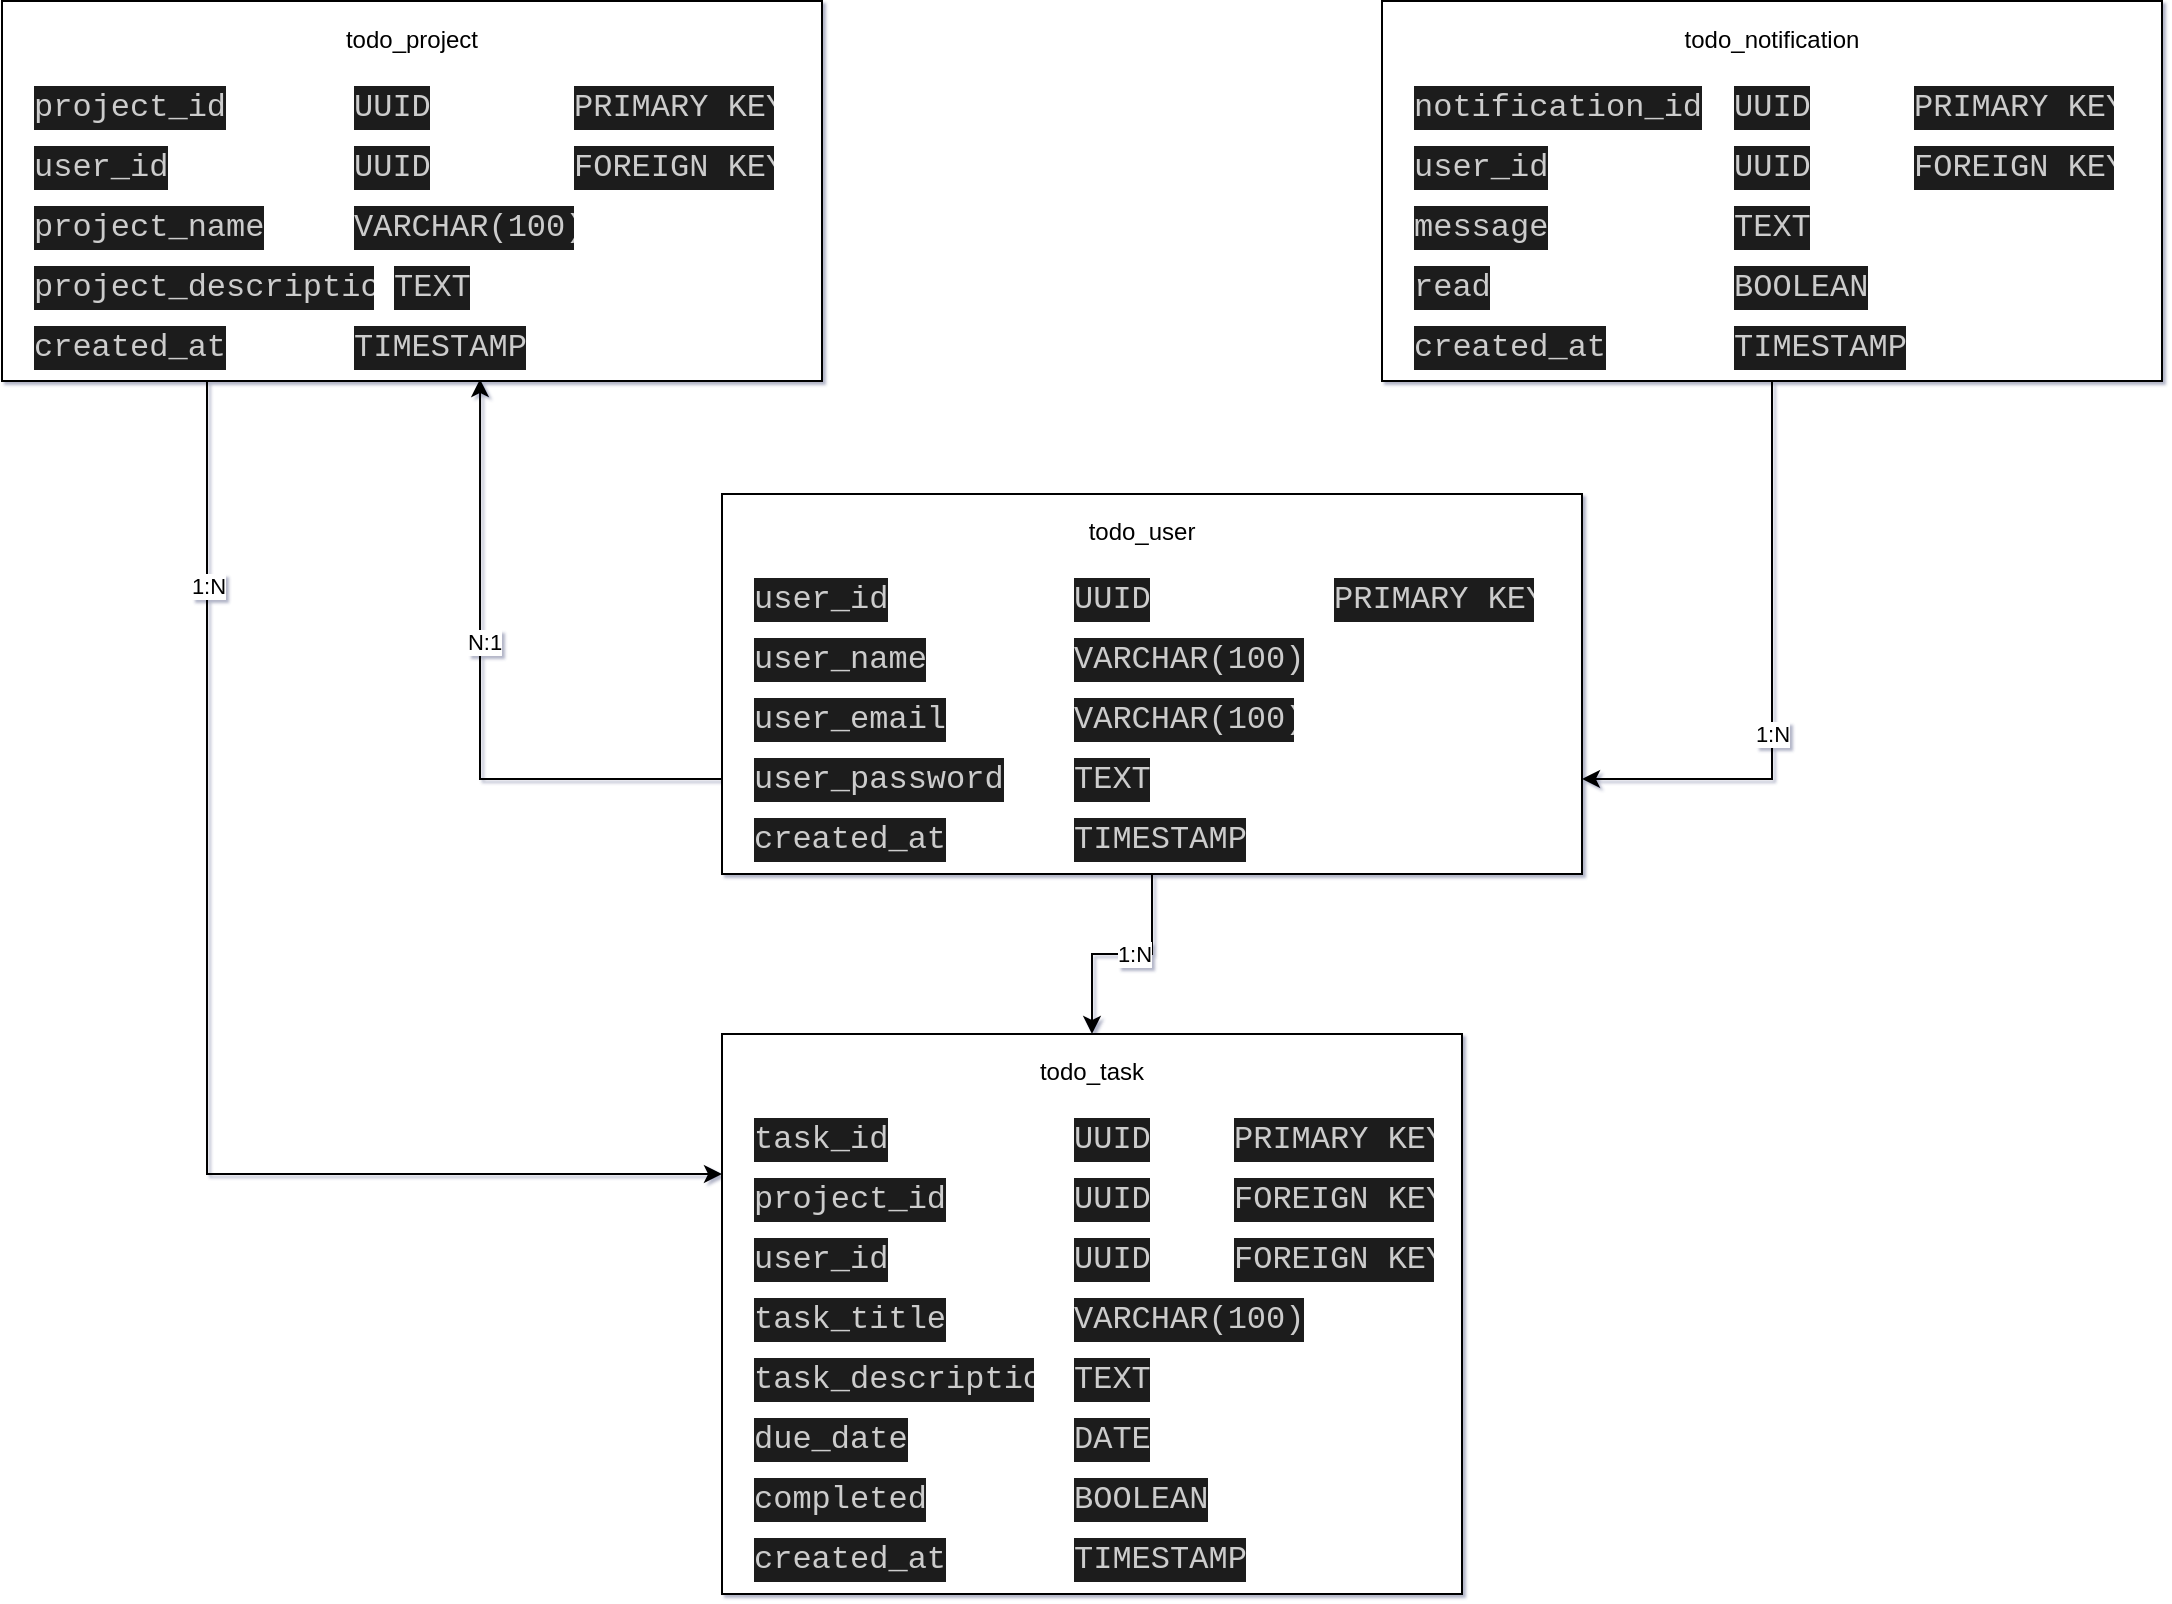
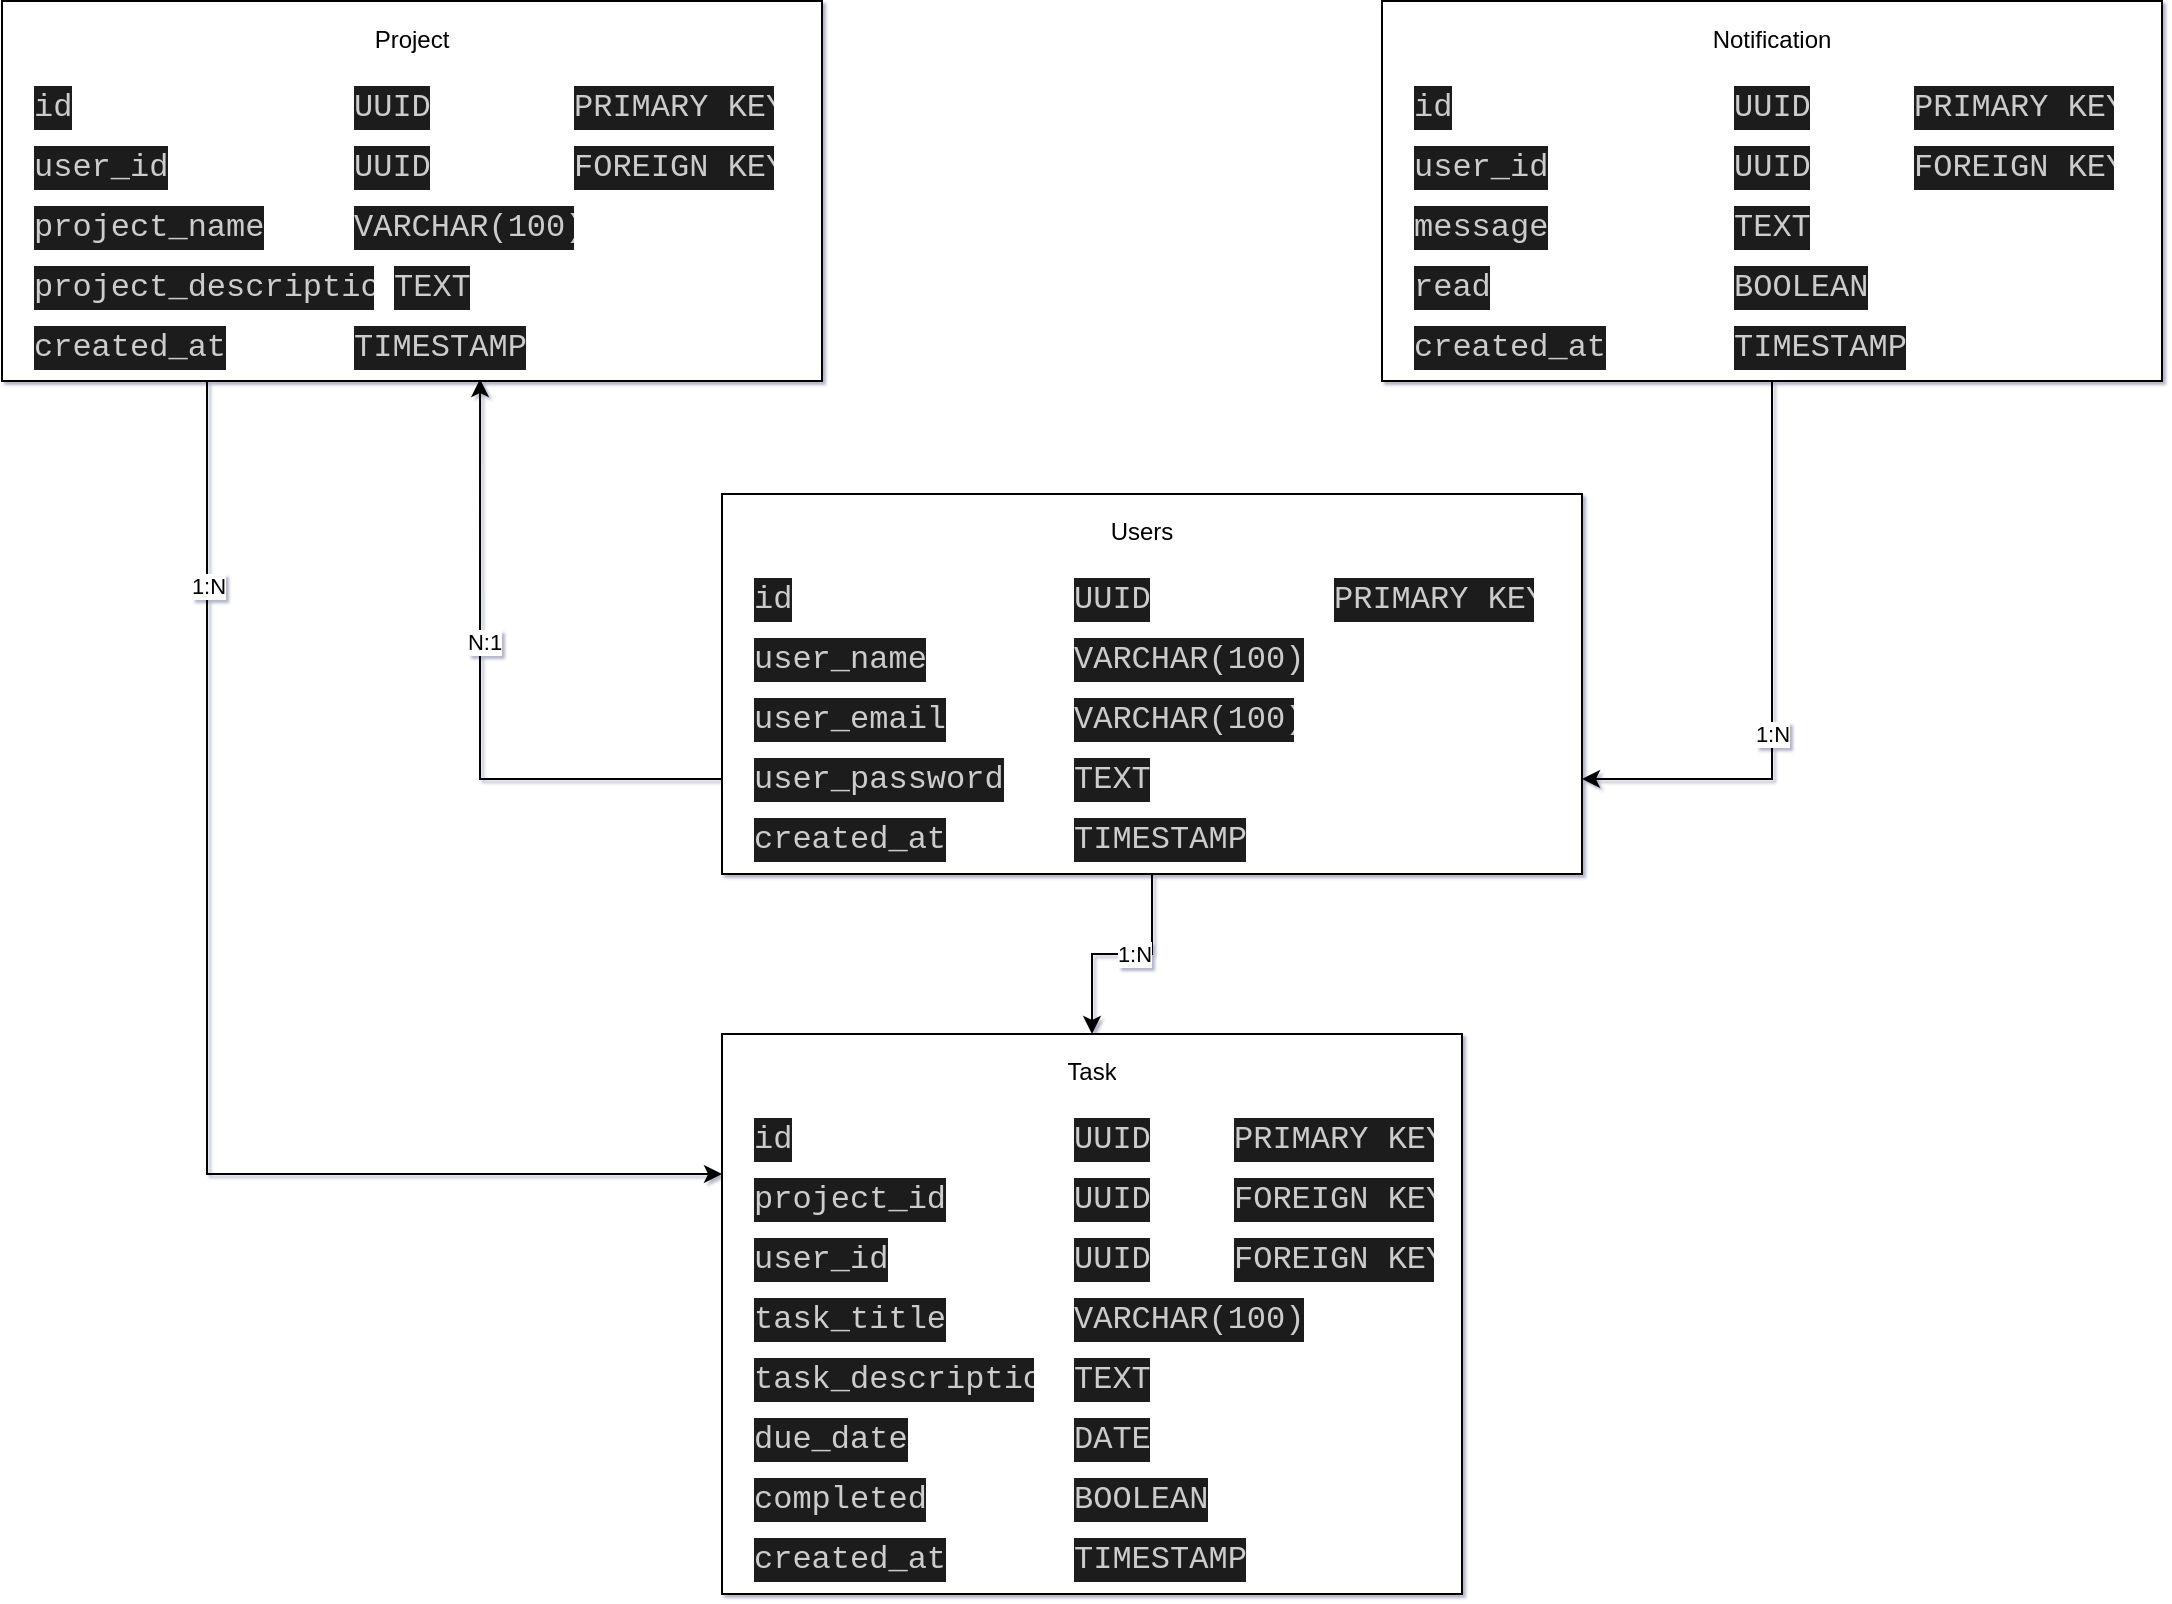
<mxfile host="Electron" agent="Mozilla/5.0 (Windows NT 10.0; Win64; x64) AppleWebKit/537.36 (KHTML, like Gecko) draw.io/28.1.2 Chrome/138.0.7204.243 Electron/37.4.0 Safari/537.36" version="28.1.2">
  <diagram name="Page-1" id="bHDw47sJ8CfQEdWCFf-7">
    <mxGraphModel dx="1426" dy="841" grid="1" gridSize="10" guides="1" tooltips="1" connect="1" arrows="1" fold="1" page="1" pageScale="1" pageWidth="1100" pageHeight="850" background="none" math="0" shadow="1">
      <root>
        <mxCell id="0" />
        <mxCell id="1" parent="0" />
-         <mxCell id="XU3b0UUpHImCEtPaKN2c-118" style="edgeStyle=orthogonalEdgeStyle;rounded=0;orthogonalLoop=1;jettySize=auto;html=1;exitX=0.25;exitY=1;exitDx=0;exitDy=0;entryX=0;entryY=0.25;entryDx=0;entryDy=0;" edge="1" parent="1" source="XU3b0UUpHImCEtPaKN2c-61" target="XU3b0UUpHImCEtPaKN2c-1">
+         <mxCell id="XU3b0UUpHImCEtPaKN2c-118" style="edgeStyle=orthogonalEdgeStyle;rounded=0;orthogonalLoop=1;jettySize=auto;html=1;exitX=0.25;exitY=1;exitDx=0;exitDy=0;entryX=0;entryY=0.25;entryDx=0;entryDy=0;" parent="1" source="XU3b0UUpHImCEtPaKN2c-61" target="XU3b0UUpHImCEtPaKN2c-1" edge="1">
          <mxGeometry relative="1" as="geometry" />
        </mxCell>
-         <mxCell id="XU3b0UUpHImCEtPaKN2c-119" value="1:N" style="edgeLabel;html=1;align=center;verticalAlign=middle;resizable=0;points=[];" vertex="1" connectable="0" parent="XU3b0UUpHImCEtPaKN2c-118">
+         <mxCell id="XU3b0UUpHImCEtPaKN2c-119" value="1:N" style="edgeLabel;html=1;align=center;verticalAlign=middle;resizable=0;points=[];" parent="XU3b0UUpHImCEtPaKN2c-118" vertex="1" connectable="0">
          <mxGeometry x="-0.6868" relative="1" as="geometry">
            <mxPoint as="offset" />
          </mxGeometry>
        </mxCell>
-         <mxCell id="XU3b0UUpHImCEtPaKN2c-1" value="" style="rounded=0;whiteSpace=wrap;html=1;labelBackgroundColor=default;labelBorderColor=default;textShadow=1;" vertex="1" parent="1">
+         <mxCell id="XU3b0UUpHImCEtPaKN2c-1" value="" style="rounded=0;whiteSpace=wrap;html=1;labelBackgroundColor=default;labelBorderColor=default;textShadow=1;" parent="1" vertex="1">
          <mxGeometry x="370" y="530" width="370" height="280" as="geometry" />
        </mxCell>
-         <mxCell id="XU3b0UUpHImCEtPaKN2c-24" value="todo_task" style="text;strokeColor=none;fillColor=none;spacingLeft=4;spacingRight=4;overflow=hidden;rotatable=0;points=[[0,0.5],[1,0.5]];portConstraint=eastwest;fontSize=12;whiteSpace=wrap;html=1;align=center;" vertex="1" parent="1">
+         <mxCell id="XU3b0UUpHImCEtPaKN2c-24" value="Task" style="text;strokeColor=none;fillColor=none;spacingLeft=4;spacingRight=4;overflow=hidden;rotatable=0;points=[[0,0.5],[1,0.5]];portConstraint=eastwest;fontSize=12;whiteSpace=wrap;html=1;align=center;" parent="1" vertex="1">
          <mxGeometry x="460" y="535" width="190" height="30" as="geometry" />
        </mxCell>
-         <mxCell id="XU3b0UUpHImCEtPaKN2c-25" value="&lt;div style=&quot;color: rgb(204, 204, 204); background-color: rgb(31, 31, 31); font-family: Consolas, &amp;quot;Courier New&amp;quot;, monospace; font-size: 16px; line-height: 22px; white-space: pre;&quot;&gt;task_id&lt;/div&gt;" style="text;strokeColor=none;fillColor=none;spacingLeft=4;spacingRight=4;overflow=hidden;rotatable=0;points=[[0,0.5],[1,0.5]];portConstraint=eastwest;fontSize=12;whiteSpace=wrap;html=1;" vertex="1" parent="1">
+         <mxCell id="XU3b0UUpHImCEtPaKN2c-25" value="&lt;div style=&quot;color: rgb(204, 204, 204); background-color: rgb(31, 31, 31); font-family: Consolas, &amp;quot;Courier New&amp;quot;, monospace; font-size: 16px; line-height: 22px; white-space: pre;&quot;&gt;id&lt;/div&gt;" style="text;strokeColor=none;fillColor=none;spacingLeft=4;spacingRight=4;overflow=hidden;rotatable=0;points=[[0,0.5],[1,0.5]];portConstraint=eastwest;fontSize=12;whiteSpace=wrap;html=1;" parent="1" vertex="1">
          <mxGeometry x="380" y="565" width="140" height="30" as="geometry" />
        </mxCell>
-         <mxCell id="XU3b0UUpHImCEtPaKN2c-28" value="&lt;div style=&quot;color: rgb(204, 204, 204); background-color: rgb(31, 31, 31); font-family: Consolas, &amp;quot;Courier New&amp;quot;, monospace; font-size: 16px; line-height: 22px; white-space: pre;&quot;&gt;UUID&lt;/div&gt;" style="text;strokeColor=none;fillColor=none;spacingLeft=4;spacingRight=4;overflow=hidden;rotatable=0;points=[[0,0.5],[1,0.5]];portConstraint=eastwest;fontSize=12;whiteSpace=wrap;html=1;" vertex="1" parent="1">
+         <mxCell id="XU3b0UUpHImCEtPaKN2c-28" value="&lt;div style=&quot;color: rgb(204, 204, 204); background-color: rgb(31, 31, 31); font-family: Consolas, &amp;quot;Courier New&amp;quot;, monospace; font-size: 16px; line-height: 22px; white-space: pre;&quot;&gt;UUID&lt;/div&gt;" style="text;strokeColor=none;fillColor=none;spacingLeft=4;spacingRight=4;overflow=hidden;rotatable=0;points=[[0,0.5],[1,0.5]];portConstraint=eastwest;fontSize=12;whiteSpace=wrap;html=1;" parent="1" vertex="1">
          <mxGeometry x="540" y="565" width="110" height="30" as="geometry" />
        </mxCell>
-         <mxCell id="XU3b0UUpHImCEtPaKN2c-29" value="&lt;div style=&quot;color: rgb(204, 204, 204); background-color: rgb(31, 31, 31); font-family: Consolas, &amp;quot;Courier New&amp;quot;, monospace; font-size: 16px; line-height: 22px; white-space: pre;&quot;&gt;project_id&lt;/div&gt;" style="text;strokeColor=none;fillColor=none;spacingLeft=4;spacingRight=4;overflow=hidden;rotatable=0;points=[[0,0.5],[1,0.5]];portConstraint=eastwest;fontSize=12;whiteSpace=wrap;html=1;" vertex="1" parent="1">
+         <mxCell id="XU3b0UUpHImCEtPaKN2c-29" value="&lt;div style=&quot;color: rgb(204, 204, 204); background-color: rgb(31, 31, 31); font-family: Consolas, &amp;quot;Courier New&amp;quot;, monospace; font-size: 16px; line-height: 22px; white-space: pre;&quot;&gt;project_id&lt;/div&gt;" style="text;strokeColor=none;fillColor=none;spacingLeft=4;spacingRight=4;overflow=hidden;rotatable=0;points=[[0,0.5],[1,0.5]];portConstraint=eastwest;fontSize=12;whiteSpace=wrap;html=1;" parent="1" vertex="1">
          <mxGeometry x="380" y="595" width="140" height="30" as="geometry" />
        </mxCell>
-         <mxCell id="XU3b0UUpHImCEtPaKN2c-30" value="&lt;div style=&quot;color: rgb(204, 204, 204); background-color: rgb(31, 31, 31); font-family: Consolas, &amp;quot;Courier New&amp;quot;, monospace; font-size: 16px; line-height: 22px; white-space: pre;&quot;&gt;UUID&lt;/div&gt;" style="text;strokeColor=none;fillColor=none;spacingLeft=4;spacingRight=4;overflow=hidden;rotatable=0;points=[[0,0.5],[1,0.5]];portConstraint=eastwest;fontSize=12;whiteSpace=wrap;html=1;" vertex="1" parent="1">
+         <mxCell id="XU3b0UUpHImCEtPaKN2c-30" value="&lt;div style=&quot;color: rgb(204, 204, 204); background-color: rgb(31, 31, 31); font-family: Consolas, &amp;quot;Courier New&amp;quot;, monospace; font-size: 16px; line-height: 22px; white-space: pre;&quot;&gt;UUID&lt;/div&gt;" style="text;strokeColor=none;fillColor=none;spacingLeft=4;spacingRight=4;overflow=hidden;rotatable=0;points=[[0,0.5],[1,0.5]];portConstraint=eastwest;fontSize=12;whiteSpace=wrap;html=1;" parent="1" vertex="1">
          <mxGeometry x="540" y="595" width="110" height="30" as="geometry" />
        </mxCell>
-         <mxCell id="XU3b0UUpHImCEtPaKN2c-31" value="&lt;div style=&quot;color: rgb(204, 204, 204); background-color: rgb(31, 31, 31); font-family: Consolas, &amp;quot;Courier New&amp;quot;, monospace; font-size: 16px; line-height: 22px; white-space: pre;&quot;&gt;user_id&lt;/div&gt;" style="text;strokeColor=none;fillColor=none;spacingLeft=4;spacingRight=4;overflow=hidden;rotatable=0;points=[[0,0.5],[1,0.5]];portConstraint=eastwest;fontSize=12;whiteSpace=wrap;html=1;" vertex="1" parent="1">
+         <mxCell id="XU3b0UUpHImCEtPaKN2c-31" value="&lt;div style=&quot;color: rgb(204, 204, 204); background-color: rgb(31, 31, 31); font-family: Consolas, &amp;quot;Courier New&amp;quot;, monospace; font-size: 16px; line-height: 22px; white-space: pre;&quot;&gt;user_id&lt;/div&gt;" style="text;strokeColor=none;fillColor=none;spacingLeft=4;spacingRight=4;overflow=hidden;rotatable=0;points=[[0,0.5],[1,0.5]];portConstraint=eastwest;fontSize=12;whiteSpace=wrap;html=1;" parent="1" vertex="1">
          <mxGeometry x="380" y="625" width="140" height="30" as="geometry" />
        </mxCell>
-         <mxCell id="XU3b0UUpHImCEtPaKN2c-32" value="&lt;div style=&quot;color: rgb(204, 204, 204); background-color: rgb(31, 31, 31); font-family: Consolas, &amp;quot;Courier New&amp;quot;, monospace; font-size: 16px; line-height: 22px; white-space: pre;&quot;&gt;UUID&lt;/div&gt;" style="text;strokeColor=none;fillColor=none;spacingLeft=4;spacingRight=4;overflow=hidden;rotatable=0;points=[[0,0.5],[1,0.5]];portConstraint=eastwest;fontSize=12;whiteSpace=wrap;html=1;" vertex="1" parent="1">
+         <mxCell id="XU3b0UUpHImCEtPaKN2c-32" value="&lt;div style=&quot;color: rgb(204, 204, 204); background-color: rgb(31, 31, 31); font-family: Consolas, &amp;quot;Courier New&amp;quot;, monospace; font-size: 16px; line-height: 22px; white-space: pre;&quot;&gt;UUID&lt;/div&gt;" style="text;strokeColor=none;fillColor=none;spacingLeft=4;spacingRight=4;overflow=hidden;rotatable=0;points=[[0,0.5],[1,0.5]];portConstraint=eastwest;fontSize=12;whiteSpace=wrap;html=1;" parent="1" vertex="1">
          <mxGeometry x="540" y="625" width="110" height="30" as="geometry" />
        </mxCell>
-         <mxCell id="XU3b0UUpHImCEtPaKN2c-33" value="&lt;div style=&quot;color: rgb(204, 204, 204); background-color: rgb(31, 31, 31); font-family: Consolas, &amp;quot;Courier New&amp;quot;, monospace; font-size: 16px; line-height: 22px; white-space: pre;&quot;&gt;task_title&lt;/div&gt;" style="text;strokeColor=none;fillColor=none;spacingLeft=4;spacingRight=4;overflow=hidden;rotatable=0;points=[[0,0.5],[1,0.5]];portConstraint=eastwest;fontSize=12;whiteSpace=wrap;html=1;" vertex="1" parent="1">
+         <mxCell id="XU3b0UUpHImCEtPaKN2c-33" value="&lt;div style=&quot;color: rgb(204, 204, 204); background-color: rgb(31, 31, 31); font-family: Consolas, &amp;quot;Courier New&amp;quot;, monospace; font-size: 16px; line-height: 22px; white-space: pre;&quot;&gt;task_title&lt;/div&gt;" style="text;strokeColor=none;fillColor=none;spacingLeft=4;spacingRight=4;overflow=hidden;rotatable=0;points=[[0,0.5],[1,0.5]];portConstraint=eastwest;fontSize=12;whiteSpace=wrap;html=1;" parent="1" vertex="1">
          <mxGeometry x="380" y="655" width="140" height="30" as="geometry" />
        </mxCell>
-         <mxCell id="XU3b0UUpHImCEtPaKN2c-34" value="&lt;div style=&quot;color: rgb(204, 204, 204); background-color: rgb(31, 31, 31); font-family: Consolas, &amp;quot;Courier New&amp;quot;, monospace; font-size: 16px; line-height: 22px; white-space: pre;&quot;&gt;VARCHAR(100)&lt;/div&gt;" style="text;strokeColor=none;fillColor=none;spacingLeft=4;spacingRight=4;overflow=hidden;rotatable=0;points=[[0,0.5],[1,0.5]];portConstraint=eastwest;fontSize=12;whiteSpace=wrap;html=1;" vertex="1" parent="1">
+         <mxCell id="XU3b0UUpHImCEtPaKN2c-34" value="&lt;div style=&quot;color: rgb(204, 204, 204); background-color: rgb(31, 31, 31); font-family: Consolas, &amp;quot;Courier New&amp;quot;, monospace; font-size: 16px; line-height: 22px; white-space: pre;&quot;&gt;VARCHAR(100)&lt;/div&gt;" style="text;strokeColor=none;fillColor=none;spacingLeft=4;spacingRight=4;overflow=hidden;rotatable=0;points=[[0,0.5],[1,0.5]];portConstraint=eastwest;fontSize=12;whiteSpace=wrap;html=1;" parent="1" vertex="1">
          <mxGeometry x="540" y="655" width="130" height="30" as="geometry" />
        </mxCell>
-         <mxCell id="XU3b0UUpHImCEtPaKN2c-35" value="&lt;div style=&quot;color: rgb(204, 204, 204); background-color: rgb(31, 31, 31); font-family: Consolas, &amp;quot;Courier New&amp;quot;, monospace; font-size: 16px; line-height: 22px; white-space: pre;&quot;&gt;task_description&lt;/div&gt;" style="text;strokeColor=none;fillColor=none;spacingLeft=4;spacingRight=4;overflow=hidden;rotatable=0;points=[[0,0.5],[1,0.5]];portConstraint=eastwest;fontSize=12;whiteSpace=wrap;html=1;" vertex="1" parent="1">
+         <mxCell id="XU3b0UUpHImCEtPaKN2c-35" value="&lt;div style=&quot;color: rgb(204, 204, 204); background-color: rgb(31, 31, 31); font-family: Consolas, &amp;quot;Courier New&amp;quot;, monospace; font-size: 16px; line-height: 22px; white-space: pre;&quot;&gt;task_description&lt;/div&gt;" style="text;strokeColor=none;fillColor=none;spacingLeft=4;spacingRight=4;overflow=hidden;rotatable=0;points=[[0,0.5],[1,0.5]];portConstraint=eastwest;fontSize=12;whiteSpace=wrap;html=1;" parent="1" vertex="1">
          <mxGeometry x="380" y="685" width="150" height="30" as="geometry" />
        </mxCell>
-         <mxCell id="XU3b0UUpHImCEtPaKN2c-36" value="&lt;div style=&quot;color: rgb(204, 204, 204); background-color: rgb(31, 31, 31); font-family: Consolas, &amp;quot;Courier New&amp;quot;, monospace; font-size: 16px; line-height: 22px; white-space: pre;&quot;&gt;TEXT&lt;/div&gt;" style="text;strokeColor=none;fillColor=none;spacingLeft=4;spacingRight=4;overflow=hidden;rotatable=0;points=[[0,0.5],[1,0.5]];portConstraint=eastwest;fontSize=12;whiteSpace=wrap;html=1;" vertex="1" parent="1">
+         <mxCell id="XU3b0UUpHImCEtPaKN2c-36" value="&lt;div style=&quot;color: rgb(204, 204, 204); background-color: rgb(31, 31, 31); font-family: Consolas, &amp;quot;Courier New&amp;quot;, monospace; font-size: 16px; line-height: 22px; white-space: pre;&quot;&gt;TEXT&lt;/div&gt;" style="text;strokeColor=none;fillColor=none;spacingLeft=4;spacingRight=4;overflow=hidden;rotatable=0;points=[[0,0.5],[1,0.5]];portConstraint=eastwest;fontSize=12;whiteSpace=wrap;html=1;" parent="1" vertex="1">
          <mxGeometry x="540" y="685" width="70" height="30" as="geometry" />
        </mxCell>
-         <mxCell id="XU3b0UUpHImCEtPaKN2c-37" value="&lt;div style=&quot;color: rgb(204, 204, 204); background-color: rgb(31, 31, 31); font-family: Consolas, &amp;quot;Courier New&amp;quot;, monospace; font-size: 16px; line-height: 22px; white-space: pre;&quot;&gt;due_date&lt;/div&gt;" style="text;strokeColor=none;fillColor=none;spacingLeft=4;spacingRight=4;overflow=hidden;rotatable=0;points=[[0,0.5],[1,0.5]];portConstraint=eastwest;fontSize=12;whiteSpace=wrap;html=1;" vertex="1" parent="1">
+         <mxCell id="XU3b0UUpHImCEtPaKN2c-37" value="&lt;div style=&quot;color: rgb(204, 204, 204); background-color: rgb(31, 31, 31); font-family: Consolas, &amp;quot;Courier New&amp;quot;, monospace; font-size: 16px; line-height: 22px; white-space: pre;&quot;&gt;due_date&lt;/div&gt;" style="text;strokeColor=none;fillColor=none;spacingLeft=4;spacingRight=4;overflow=hidden;rotatable=0;points=[[0,0.5],[1,0.5]];portConstraint=eastwest;fontSize=12;whiteSpace=wrap;html=1;" parent="1" vertex="1">
          <mxGeometry x="380" y="715" width="140" height="30" as="geometry" />
        </mxCell>
-         <mxCell id="XU3b0UUpHImCEtPaKN2c-38" value="&lt;div style=&quot;color: rgb(204, 204, 204); background-color: rgb(31, 31, 31); font-family: Consolas, &amp;quot;Courier New&amp;quot;, monospace; font-size: 16px; line-height: 22px; white-space: pre;&quot;&gt;DATE&lt;/div&gt;" style="text;strokeColor=none;fillColor=none;spacingLeft=4;spacingRight=4;overflow=hidden;rotatable=0;points=[[0,0.5],[1,0.5]];portConstraint=eastwest;fontSize=12;whiteSpace=wrap;html=1;" vertex="1" parent="1">
+         <mxCell id="XU3b0UUpHImCEtPaKN2c-38" value="&lt;div style=&quot;color: rgb(204, 204, 204); background-color: rgb(31, 31, 31); font-family: Consolas, &amp;quot;Courier New&amp;quot;, monospace; font-size: 16px; line-height: 22px; white-space: pre;&quot;&gt;DATE&lt;/div&gt;" style="text;strokeColor=none;fillColor=none;spacingLeft=4;spacingRight=4;overflow=hidden;rotatable=0;points=[[0,0.5],[1,0.5]];portConstraint=eastwest;fontSize=12;whiteSpace=wrap;html=1;" parent="1" vertex="1">
          <mxGeometry x="540" y="715" width="110" height="30" as="geometry" />
        </mxCell>
-         <mxCell id="XU3b0UUpHImCEtPaKN2c-39" value="&lt;div style=&quot;color: rgb(204, 204, 204); background-color: rgb(31, 31, 31); font-family: Consolas, &amp;quot;Courier New&amp;quot;, monospace; font-size: 16px; line-height: 22px; white-space: pre;&quot;&gt;completed&lt;/div&gt;" style="text;strokeColor=none;fillColor=none;spacingLeft=4;spacingRight=4;overflow=hidden;rotatable=0;points=[[0,0.5],[1,0.5]];portConstraint=eastwest;fontSize=12;whiteSpace=wrap;html=1;" vertex="1" parent="1">
+         <mxCell id="XU3b0UUpHImCEtPaKN2c-39" value="&lt;div style=&quot;color: rgb(204, 204, 204); background-color: rgb(31, 31, 31); font-family: Consolas, &amp;quot;Courier New&amp;quot;, monospace; font-size: 16px; line-height: 22px; white-space: pre;&quot;&gt;completed&lt;/div&gt;" style="text;strokeColor=none;fillColor=none;spacingLeft=4;spacingRight=4;overflow=hidden;rotatable=0;points=[[0,0.5],[1,0.5]];portConstraint=eastwest;fontSize=12;whiteSpace=wrap;html=1;" parent="1" vertex="1">
          <mxGeometry x="380" y="745" width="140" height="30" as="geometry" />
        </mxCell>
-         <mxCell id="XU3b0UUpHImCEtPaKN2c-40" value="&lt;div style=&quot;color: rgb(204, 204, 204); background-color: rgb(31, 31, 31); font-family: Consolas, &amp;quot;Courier New&amp;quot;, monospace; font-size: 16px; line-height: 22px; white-space: pre;&quot;&gt;BOOLEAN&lt;/div&gt;" style="text;strokeColor=none;fillColor=none;spacingLeft=4;spacingRight=4;overflow=hidden;rotatable=0;points=[[0,0.5],[1,0.5]];portConstraint=eastwest;fontSize=12;whiteSpace=wrap;html=1;" vertex="1" parent="1">
+         <mxCell id="XU3b0UUpHImCEtPaKN2c-40" value="&lt;div style=&quot;color: rgb(204, 204, 204); background-color: rgb(31, 31, 31); font-family: Consolas, &amp;quot;Courier New&amp;quot;, monospace; font-size: 16px; line-height: 22px; white-space: pre;&quot;&gt;BOOLEAN&lt;/div&gt;" style="text;strokeColor=none;fillColor=none;spacingLeft=4;spacingRight=4;overflow=hidden;rotatable=0;points=[[0,0.5],[1,0.5]];portConstraint=eastwest;fontSize=12;whiteSpace=wrap;html=1;" parent="1" vertex="1">
          <mxGeometry x="540" y="745" width="110" height="30" as="geometry" />
        </mxCell>
-         <mxCell id="XU3b0UUpHImCEtPaKN2c-41" value="&lt;div style=&quot;color: rgb(204, 204, 204); background-color: rgb(31, 31, 31); font-family: Consolas, &amp;quot;Courier New&amp;quot;, monospace; font-size: 16px; line-height: 22px; white-space: pre;&quot;&gt;created_at&lt;/div&gt;" style="text;strokeColor=none;fillColor=none;spacingLeft=4;spacingRight=4;overflow=hidden;rotatable=0;points=[[0,0.5],[1,0.5]];portConstraint=eastwest;fontSize=12;whiteSpace=wrap;html=1;" vertex="1" parent="1">
+         <mxCell id="XU3b0UUpHImCEtPaKN2c-41" value="&lt;div style=&quot;color: rgb(204, 204, 204); background-color: rgb(31, 31, 31); font-family: Consolas, &amp;quot;Courier New&amp;quot;, monospace; font-size: 16px; line-height: 22px; white-space: pre;&quot;&gt;created_at&lt;/div&gt;" style="text;strokeColor=none;fillColor=none;spacingLeft=4;spacingRight=4;overflow=hidden;rotatable=0;points=[[0,0.5],[1,0.5]];portConstraint=eastwest;fontSize=12;whiteSpace=wrap;html=1;" parent="1" vertex="1">
          <mxGeometry x="380" y="775" width="140" height="30" as="geometry" />
        </mxCell>
-         <mxCell id="XU3b0UUpHImCEtPaKN2c-42" value="&lt;div style=&quot;color: rgb(204, 204, 204); background-color: rgb(31, 31, 31); font-family: Consolas, &amp;quot;Courier New&amp;quot;, monospace; font-size: 16px; line-height: 22px; white-space: pre;&quot;&gt;TIMESTAMP&lt;/div&gt;" style="text;strokeColor=none;fillColor=none;spacingLeft=4;spacingRight=4;overflow=hidden;rotatable=0;points=[[0,0.5],[1,0.5]];portConstraint=eastwest;fontSize=12;whiteSpace=wrap;html=1;" vertex="1" parent="1">
+         <mxCell id="XU3b0UUpHImCEtPaKN2c-42" value="&lt;div style=&quot;color: rgb(204, 204, 204); background-color: rgb(31, 31, 31); font-family: Consolas, &amp;quot;Courier New&amp;quot;, monospace; font-size: 16px; line-height: 22px; white-space: pre;&quot;&gt;TIMESTAMP&lt;/div&gt;" style="text;strokeColor=none;fillColor=none;spacingLeft=4;spacingRight=4;overflow=hidden;rotatable=0;points=[[0,0.5],[1,0.5]];portConstraint=eastwest;fontSize=12;whiteSpace=wrap;html=1;" parent="1" vertex="1">
          <mxGeometry x="540" y="775" width="110" height="30" as="geometry" />
        </mxCell>
-         <mxCell id="XU3b0UUpHImCEtPaKN2c-116" style="edgeStyle=orthogonalEdgeStyle;rounded=0;orthogonalLoop=1;jettySize=auto;html=1;exitX=0;exitY=0.75;exitDx=0;exitDy=0;entryX=0.583;entryY=0.995;entryDx=0;entryDy=0;entryPerimeter=0;" edge="1" parent="1" source="XU3b0UUpHImCEtPaKN2c-104" target="XU3b0UUpHImCEtPaKN2c-61">
+         <mxCell id="XU3b0UUpHImCEtPaKN2c-116" style="edgeStyle=orthogonalEdgeStyle;rounded=0;orthogonalLoop=1;jettySize=auto;html=1;exitX=0;exitY=0.75;exitDx=0;exitDy=0;entryX=0.583;entryY=0.995;entryDx=0;entryDy=0;entryPerimeter=0;" parent="1" source="XU3b0UUpHImCEtPaKN2c-104" target="XU3b0UUpHImCEtPaKN2c-61" edge="1">
          <mxGeometry relative="1" as="geometry">
            <mxPoint x="245" y="330" as="targetPoint" />
          </mxGeometry>
        </mxCell>
-         <mxCell id="XU3b0UUpHImCEtPaKN2c-117" value="N:1" style="edgeLabel;html=1;align=center;verticalAlign=middle;resizable=0;points=[];" vertex="1" connectable="0" parent="XU3b0UUpHImCEtPaKN2c-116">
+         <mxCell id="XU3b0UUpHImCEtPaKN2c-117" value="N:1" style="edgeLabel;html=1;align=center;verticalAlign=middle;resizable=0;points=[];" parent="XU3b0UUpHImCEtPaKN2c-116" vertex="1" connectable="0">
          <mxGeometry x="0.189" y="-1" relative="1" as="geometry">
            <mxPoint x="1" y="1" as="offset" />
          </mxGeometry>
        </mxCell>
-         <mxCell id="XU3b0UUpHImCEtPaKN2c-61" value="" style="rounded=0;whiteSpace=wrap;html=1;labelBackgroundColor=default;labelBorderColor=default;textShadow=1;" vertex="1" parent="1">
+         <mxCell id="XU3b0UUpHImCEtPaKN2c-61" value="" style="rounded=0;whiteSpace=wrap;html=1;labelBackgroundColor=default;labelBorderColor=default;textShadow=1;" parent="1" vertex="1">
          <mxGeometry x="10" y="13.5" width="410" height="190" as="geometry" />
        </mxCell>
-         <mxCell id="XU3b0UUpHImCEtPaKN2c-62" value="todo_project" style="text;strokeColor=none;fillColor=none;spacingLeft=4;spacingRight=4;overflow=hidden;rotatable=0;points=[[0,0.5],[1,0.5]];portConstraint=eastwest;fontSize=12;whiteSpace=wrap;html=1;align=center;" vertex="1" parent="1">
+         <mxCell id="XU3b0UUpHImCEtPaKN2c-62" value="Project" style="text;strokeColor=none;fillColor=none;spacingLeft=4;spacingRight=4;overflow=hidden;rotatable=0;points=[[0,0.5],[1,0.5]];portConstraint=eastwest;fontSize=12;whiteSpace=wrap;html=1;align=center;" parent="1" vertex="1">
          <mxGeometry x="120" y="18.5" width="190" height="30" as="geometry" />
        </mxCell>
-         <mxCell id="XU3b0UUpHImCEtPaKN2c-63" value="&lt;div style=&quot;color: rgb(204, 204, 204); background-color: rgb(31, 31, 31); font-family: Consolas, &amp;quot;Courier New&amp;quot;, monospace; font-size: 16px; line-height: 22px; white-space: pre;&quot;&gt;project_id&lt;/div&gt;" style="text;strokeColor=none;fillColor=none;spacingLeft=4;spacingRight=4;overflow=hidden;rotatable=0;points=[[0,0.5],[1,0.5]];portConstraint=eastwest;fontSize=12;whiteSpace=wrap;html=1;" vertex="1" parent="1">
+         <mxCell id="XU3b0UUpHImCEtPaKN2c-63" value="&lt;div style=&quot;color: rgb(204, 204, 204); background-color: rgb(31, 31, 31); font-family: Consolas, &amp;quot;Courier New&amp;quot;, monospace; font-size: 16px; line-height: 22px; white-space: pre;&quot;&gt;id&lt;/div&gt;" style="text;strokeColor=none;fillColor=none;spacingLeft=4;spacingRight=4;overflow=hidden;rotatable=0;points=[[0,0.5],[1,0.5]];portConstraint=eastwest;fontSize=12;whiteSpace=wrap;html=1;" parent="1" vertex="1">
          <mxGeometry x="20" y="48.5" width="140" height="30" as="geometry" />
        </mxCell>
-         <mxCell id="XU3b0UUpHImCEtPaKN2c-64" value="&lt;div style=&quot;color: rgb(204, 204, 204); background-color: rgb(31, 31, 31); font-family: Consolas, &amp;quot;Courier New&amp;quot;, monospace; font-size: 16px; line-height: 22px; white-space: pre;&quot;&gt;UUID&lt;/div&gt;" style="text;strokeColor=none;fillColor=none;spacingLeft=4;spacingRight=4;overflow=hidden;rotatable=0;points=[[0,0.5],[1,0.5]];portConstraint=eastwest;fontSize=12;whiteSpace=wrap;html=1;" vertex="1" parent="1">
+         <mxCell id="XU3b0UUpHImCEtPaKN2c-64" value="&lt;div style=&quot;color: rgb(204, 204, 204); background-color: rgb(31, 31, 31); font-family: Consolas, &amp;quot;Courier New&amp;quot;, monospace; font-size: 16px; line-height: 22px; white-space: pre;&quot;&gt;UUID&lt;/div&gt;" style="text;strokeColor=none;fillColor=none;spacingLeft=4;spacingRight=4;overflow=hidden;rotatable=0;points=[[0,0.5],[1,0.5]];portConstraint=eastwest;fontSize=12;whiteSpace=wrap;html=1;" parent="1" vertex="1">
          <mxGeometry x="180" y="48.5" width="110" height="30" as="geometry" />
        </mxCell>
-         <mxCell id="XU3b0UUpHImCEtPaKN2c-65" value="&lt;div style=&quot;color: rgb(204, 204, 204); background-color: rgb(31, 31, 31); font-family: Consolas, &amp;quot;Courier New&amp;quot;, monospace; font-size: 16px; line-height: 22px; white-space: pre;&quot;&gt;user_id&lt;/div&gt;" style="text;strokeColor=none;fillColor=none;spacingLeft=4;spacingRight=4;overflow=hidden;rotatable=0;points=[[0,0.5],[1,0.5]];portConstraint=eastwest;fontSize=12;whiteSpace=wrap;html=1;" vertex="1" parent="1">
+         <mxCell id="XU3b0UUpHImCEtPaKN2c-65" value="&lt;div style=&quot;color: rgb(204, 204, 204); background-color: rgb(31, 31, 31); font-family: Consolas, &amp;quot;Courier New&amp;quot;, monospace; font-size: 16px; line-height: 22px; white-space: pre;&quot;&gt;user_id&lt;/div&gt;" style="text;strokeColor=none;fillColor=none;spacingLeft=4;spacingRight=4;overflow=hidden;rotatable=0;points=[[0,0.5],[1,0.5]];portConstraint=eastwest;fontSize=12;whiteSpace=wrap;html=1;" parent="1" vertex="1">
          <mxGeometry x="20" y="78.5" width="140" height="30" as="geometry" />
        </mxCell>
-         <mxCell id="XU3b0UUpHImCEtPaKN2c-66" value="&lt;div style=&quot;color: rgb(204, 204, 204); background-color: rgb(31, 31, 31); font-family: Consolas, &amp;quot;Courier New&amp;quot;, monospace; font-size: 16px; line-height: 22px; white-space: pre;&quot;&gt;UUID&lt;/div&gt;" style="text;strokeColor=none;fillColor=none;spacingLeft=4;spacingRight=4;overflow=hidden;rotatable=0;points=[[0,0.5],[1,0.5]];portConstraint=eastwest;fontSize=12;whiteSpace=wrap;html=1;" vertex="1" parent="1">
+         <mxCell id="XU3b0UUpHImCEtPaKN2c-66" value="&lt;div style=&quot;color: rgb(204, 204, 204); background-color: rgb(31, 31, 31); font-family: Consolas, &amp;quot;Courier New&amp;quot;, monospace; font-size: 16px; line-height: 22px; white-space: pre;&quot;&gt;UUID&lt;/div&gt;" style="text;strokeColor=none;fillColor=none;spacingLeft=4;spacingRight=4;overflow=hidden;rotatable=0;points=[[0,0.5],[1,0.5]];portConstraint=eastwest;fontSize=12;whiteSpace=wrap;html=1;" parent="1" vertex="1">
          <mxGeometry x="180" y="78.5" width="110" height="30" as="geometry" />
        </mxCell>
-         <mxCell id="XU3b0UUpHImCEtPaKN2c-67" value="&lt;div style=&quot;color: rgb(204, 204, 204); background-color: rgb(31, 31, 31); font-family: Consolas, &amp;quot;Courier New&amp;quot;, monospace; font-size: 16px; line-height: 22px; white-space: pre;&quot;&gt;project_name&lt;/div&gt;" style="text;strokeColor=none;fillColor=none;spacingLeft=4;spacingRight=4;overflow=hidden;rotatable=0;points=[[0,0.5],[1,0.5]];portConstraint=eastwest;fontSize=12;whiteSpace=wrap;html=1;" vertex="1" parent="1">
+         <mxCell id="XU3b0UUpHImCEtPaKN2c-67" value="&lt;div style=&quot;color: rgb(204, 204, 204); background-color: rgb(31, 31, 31); font-family: Consolas, &amp;quot;Courier New&amp;quot;, monospace; font-size: 16px; line-height: 22px; white-space: pre;&quot;&gt;project_name&lt;/div&gt;" style="text;strokeColor=none;fillColor=none;spacingLeft=4;spacingRight=4;overflow=hidden;rotatable=0;points=[[0,0.5],[1,0.5]];portConstraint=eastwest;fontSize=12;whiteSpace=wrap;html=1;" parent="1" vertex="1">
          <mxGeometry x="20" y="108.5" width="140" height="30" as="geometry" />
        </mxCell>
-         <mxCell id="XU3b0UUpHImCEtPaKN2c-68" value="&lt;div style=&quot;color: rgb(204, 204, 204); background-color: rgb(31, 31, 31); font-family: Consolas, &amp;quot;Courier New&amp;quot;, monospace; font-size: 16px; line-height: 22px; white-space: pre;&quot;&gt;VARCHAR(100)&lt;/div&gt;" style="text;strokeColor=none;fillColor=none;spacingLeft=4;spacingRight=4;overflow=hidden;rotatable=0;points=[[0,0.5],[1,0.5]];portConstraint=eastwest;fontSize=12;whiteSpace=wrap;html=1;" vertex="1" parent="1">
+         <mxCell id="XU3b0UUpHImCEtPaKN2c-68" value="&lt;div style=&quot;color: rgb(204, 204, 204); background-color: rgb(31, 31, 31); font-family: Consolas, &amp;quot;Courier New&amp;quot;, monospace; font-size: 16px; line-height: 22px; white-space: pre;&quot;&gt;VARCHAR(100)&lt;/div&gt;" style="text;strokeColor=none;fillColor=none;spacingLeft=4;spacingRight=4;overflow=hidden;rotatable=0;points=[[0,0.5],[1,0.5]];portConstraint=eastwest;fontSize=12;whiteSpace=wrap;html=1;" parent="1" vertex="1">
          <mxGeometry x="180" y="108.5" width="120" height="30" as="geometry" />
        </mxCell>
-         <mxCell id="XU3b0UUpHImCEtPaKN2c-69" value="&lt;div style=&quot;color: rgb(204, 204, 204); background-color: rgb(31, 31, 31); font-family: Consolas, &amp;quot;Courier New&amp;quot;, monospace; font-size: 16px; line-height: 22px; white-space: pre;&quot;&gt;project_description&lt;/div&gt;" style="text;strokeColor=none;fillColor=none;spacingLeft=4;spacingRight=4;overflow=hidden;rotatable=0;points=[[0,0.5],[1,0.5]];portConstraint=eastwest;fontSize=12;whiteSpace=wrap;html=1;" vertex="1" parent="1">
+         <mxCell id="XU3b0UUpHImCEtPaKN2c-69" value="&lt;div style=&quot;color: rgb(204, 204, 204); background-color: rgb(31, 31, 31); font-family: Consolas, &amp;quot;Courier New&amp;quot;, monospace; font-size: 16px; line-height: 22px; white-space: pre;&quot;&gt;project_description&lt;/div&gt;" style="text;strokeColor=none;fillColor=none;spacingLeft=4;spacingRight=4;overflow=hidden;rotatable=0;points=[[0,0.5],[1,0.5]];portConstraint=eastwest;fontSize=12;whiteSpace=wrap;html=1;" parent="1" vertex="1">
          <mxGeometry x="20" y="138.5" width="180" height="30" as="geometry" />
        </mxCell>
-         <mxCell id="XU3b0UUpHImCEtPaKN2c-70" value="&lt;div style=&quot;color: rgb(204, 204, 204); background-color: rgb(31, 31, 31); font-family: Consolas, &amp;quot;Courier New&amp;quot;, monospace; font-size: 16px; line-height: 22px; white-space: pre;&quot;&gt;TEXT&lt;/div&gt;" style="text;strokeColor=none;fillColor=none;spacingLeft=4;spacingRight=4;overflow=hidden;rotatable=0;points=[[0,0.5],[1,0.5]];portConstraint=eastwest;fontSize=12;whiteSpace=wrap;html=1;" vertex="1" parent="1">
+         <mxCell id="XU3b0UUpHImCEtPaKN2c-70" value="&lt;div style=&quot;color: rgb(204, 204, 204); background-color: rgb(31, 31, 31); font-family: Consolas, &amp;quot;Courier New&amp;quot;, monospace; font-size: 16px; line-height: 22px; white-space: pre;&quot;&gt;TEXT&lt;/div&gt;" style="text;strokeColor=none;fillColor=none;spacingLeft=4;spacingRight=4;overflow=hidden;rotatable=0;points=[[0,0.5],[1,0.5]];portConstraint=eastwest;fontSize=12;whiteSpace=wrap;html=1;" parent="1" vertex="1">
          <mxGeometry x="200" y="138.5" width="60" height="30" as="geometry" />
        </mxCell>
-         <mxCell id="XU3b0UUpHImCEtPaKN2c-71" value="&lt;div style=&quot;color: rgb(204, 204, 204); background-color: rgb(31, 31, 31); font-family: Consolas, &amp;quot;Courier New&amp;quot;, monospace; font-size: 16px; line-height: 22px; white-space: pre;&quot;&gt;created_at&lt;/div&gt;" style="text;strokeColor=none;fillColor=none;spacingLeft=4;spacingRight=4;overflow=hidden;rotatable=0;points=[[0,0.5],[1,0.5]];portConstraint=eastwest;fontSize=12;whiteSpace=wrap;html=1;" vertex="1" parent="1">
+         <mxCell id="XU3b0UUpHImCEtPaKN2c-71" value="&lt;div style=&quot;color: rgb(204, 204, 204); background-color: rgb(31, 31, 31); font-family: Consolas, &amp;quot;Courier New&amp;quot;, monospace; font-size: 16px; line-height: 22px; white-space: pre;&quot;&gt;created_at&lt;/div&gt;" style="text;strokeColor=none;fillColor=none;spacingLeft=4;spacingRight=4;overflow=hidden;rotatable=0;points=[[0,0.5],[1,0.5]];portConstraint=eastwest;fontSize=12;whiteSpace=wrap;html=1;" parent="1" vertex="1">
          <mxGeometry x="20" y="168.5" width="140" height="30" as="geometry" />
        </mxCell>
-         <mxCell id="XU3b0UUpHImCEtPaKN2c-72" value="&lt;div style=&quot;color: rgb(204, 204, 204); background-color: rgb(31, 31, 31); font-family: Consolas, &amp;quot;Courier New&amp;quot;, monospace; font-size: 16px; line-height: 22px; white-space: pre;&quot;&gt;TIMESTAMP&lt;/div&gt;" style="text;strokeColor=none;fillColor=none;spacingLeft=4;spacingRight=4;overflow=hidden;rotatable=0;points=[[0,0.5],[1,0.5]];portConstraint=eastwest;fontSize=12;whiteSpace=wrap;html=1;" vertex="1" parent="1">
+         <mxCell id="XU3b0UUpHImCEtPaKN2c-72" value="&lt;div style=&quot;color: rgb(204, 204, 204); background-color: rgb(31, 31, 31); font-family: Consolas, &amp;quot;Courier New&amp;quot;, monospace; font-size: 16px; line-height: 22px; white-space: pre;&quot;&gt;TIMESTAMP&lt;/div&gt;" style="text;strokeColor=none;fillColor=none;spacingLeft=4;spacingRight=4;overflow=hidden;rotatable=0;points=[[0,0.5],[1,0.5]];portConstraint=eastwest;fontSize=12;whiteSpace=wrap;html=1;" parent="1" vertex="1">
          <mxGeometry x="180" y="168.5" width="110" height="30" as="geometry" />
        </mxCell>
-         <mxCell id="XU3b0UUpHImCEtPaKN2c-122" style="edgeStyle=orthogonalEdgeStyle;rounded=0;orthogonalLoop=1;jettySize=auto;html=1;exitX=0.5;exitY=1;exitDx=0;exitDy=0;entryX=1;entryY=0.75;entryDx=0;entryDy=0;" edge="1" parent="1" source="XU3b0UUpHImCEtPaKN2c-80" target="XU3b0UUpHImCEtPaKN2c-104">
+         <mxCell id="XU3b0UUpHImCEtPaKN2c-122" style="edgeStyle=orthogonalEdgeStyle;rounded=0;orthogonalLoop=1;jettySize=auto;html=1;exitX=0.5;exitY=1;exitDx=0;exitDy=0;entryX=1;entryY=0.75;entryDx=0;entryDy=0;" parent="1" source="XU3b0UUpHImCEtPaKN2c-80" target="XU3b0UUpHImCEtPaKN2c-104" edge="1">
          <mxGeometry relative="1" as="geometry" />
        </mxCell>
-         <mxCell id="XU3b0UUpHImCEtPaKN2c-123" value="1:N" style="edgeLabel;html=1;align=center;verticalAlign=middle;resizable=0;points=[];" vertex="1" connectable="0" parent="XU3b0UUpHImCEtPaKN2c-122">
+         <mxCell id="XU3b0UUpHImCEtPaKN2c-123" value="1:N" style="edgeLabel;html=1;align=center;verticalAlign=middle;resizable=0;points=[];" parent="XU3b0UUpHImCEtPaKN2c-122" vertex="1" connectable="0">
          <mxGeometry x="0.2" y="-1" relative="1" as="geometry">
            <mxPoint x="1" as="offset" />
          </mxGeometry>
        </mxCell>
-         <mxCell id="XU3b0UUpHImCEtPaKN2c-80" value="" style="rounded=0;whiteSpace=wrap;html=1;labelBackgroundColor=default;labelBorderColor=default;textShadow=1;" vertex="1" parent="1">
+         <mxCell id="XU3b0UUpHImCEtPaKN2c-80" value="" style="rounded=0;whiteSpace=wrap;html=1;labelBackgroundColor=default;labelBorderColor=default;textShadow=1;" parent="1" vertex="1">
          <mxGeometry x="700" y="13.5" width="390" height="190" as="geometry" />
        </mxCell>
-         <mxCell id="XU3b0UUpHImCEtPaKN2c-81" value="todo_notification" style="text;strokeColor=none;fillColor=none;spacingLeft=4;spacingRight=4;overflow=hidden;rotatable=0;points=[[0,0.5],[1,0.5]];portConstraint=eastwest;fontSize=12;whiteSpace=wrap;html=1;align=center;" vertex="1" parent="1">
+         <mxCell id="XU3b0UUpHImCEtPaKN2c-81" value="Notification" style="text;strokeColor=none;fillColor=none;spacingLeft=4;spacingRight=4;overflow=hidden;rotatable=0;points=[[0,0.5],[1,0.5]];portConstraint=eastwest;fontSize=12;whiteSpace=wrap;html=1;align=center;" parent="1" vertex="1">
          <mxGeometry x="800" y="18.5" width="190" height="30" as="geometry" />
        </mxCell>
-         <mxCell id="XU3b0UUpHImCEtPaKN2c-82" value="&lt;div style=&quot;color: rgb(204, 204, 204); background-color: rgb(31, 31, 31); font-family: Consolas, &amp;quot;Courier New&amp;quot;, monospace; font-size: 16px; line-height: 22px; white-space: pre;&quot;&gt;notification_id&lt;/div&gt;" style="text;strokeColor=none;fillColor=none;spacingLeft=4;spacingRight=4;overflow=hidden;rotatable=0;points=[[0,0.5],[1,0.5]];portConstraint=eastwest;fontSize=12;whiteSpace=wrap;html=1;" vertex="1" parent="1">
+         <mxCell id="XU3b0UUpHImCEtPaKN2c-82" value="&lt;div style=&quot;color: rgb(204, 204, 204); background-color: rgb(31, 31, 31); font-family: Consolas, &amp;quot;Courier New&amp;quot;, monospace; font-size: 16px; line-height: 22px; white-space: pre;&quot;&gt;id&lt;/div&gt;" style="text;strokeColor=none;fillColor=none;spacingLeft=4;spacingRight=4;overflow=hidden;rotatable=0;points=[[0,0.5],[1,0.5]];portConstraint=eastwest;fontSize=12;whiteSpace=wrap;html=1;" parent="1" vertex="1">
          <mxGeometry x="710" y="48.5" width="160" height="30" as="geometry" />
        </mxCell>
-         <mxCell id="XU3b0UUpHImCEtPaKN2c-83" value="&lt;div style=&quot;color: rgb(204, 204, 204); background-color: rgb(31, 31, 31); font-family: Consolas, &amp;quot;Courier New&amp;quot;, monospace; font-size: 16px; line-height: 22px; white-space: pre;&quot;&gt;UUID&lt;/div&gt;" style="text;strokeColor=none;fillColor=none;spacingLeft=4;spacingRight=4;overflow=hidden;rotatable=0;points=[[0,0.5],[1,0.5]];portConstraint=eastwest;fontSize=12;whiteSpace=wrap;html=1;" vertex="1" parent="1">
+         <mxCell id="XU3b0UUpHImCEtPaKN2c-83" value="&lt;div style=&quot;color: rgb(204, 204, 204); background-color: rgb(31, 31, 31); font-family: Consolas, &amp;quot;Courier New&amp;quot;, monospace; font-size: 16px; line-height: 22px; white-space: pre;&quot;&gt;UUID&lt;/div&gt;" style="text;strokeColor=none;fillColor=none;spacingLeft=4;spacingRight=4;overflow=hidden;rotatable=0;points=[[0,0.5],[1,0.5]];portConstraint=eastwest;fontSize=12;whiteSpace=wrap;html=1;" parent="1" vertex="1">
          <mxGeometry x="870" y="48.5" width="110" height="30" as="geometry" />
        </mxCell>
-         <mxCell id="XU3b0UUpHImCEtPaKN2c-84" value="&lt;div style=&quot;color: rgb(204, 204, 204); background-color: rgb(31, 31, 31); font-family: Consolas, &amp;quot;Courier New&amp;quot;, monospace; font-size: 16px; line-height: 22px; white-space: pre;&quot;&gt;user_id&lt;/div&gt;" style="text;strokeColor=none;fillColor=none;spacingLeft=4;spacingRight=4;overflow=hidden;rotatable=0;points=[[0,0.5],[1,0.5]];portConstraint=eastwest;fontSize=12;whiteSpace=wrap;html=1;" vertex="1" parent="1">
+         <mxCell id="XU3b0UUpHImCEtPaKN2c-84" value="&lt;div style=&quot;color: rgb(204, 204, 204); background-color: rgb(31, 31, 31); font-family: Consolas, &amp;quot;Courier New&amp;quot;, monospace; font-size: 16px; line-height: 22px; white-space: pre;&quot;&gt;user_id&lt;/div&gt;" style="text;strokeColor=none;fillColor=none;spacingLeft=4;spacingRight=4;overflow=hidden;rotatable=0;points=[[0,0.5],[1,0.5]];portConstraint=eastwest;fontSize=12;whiteSpace=wrap;html=1;" parent="1" vertex="1">
          <mxGeometry x="710" y="78.5" width="140" height="30" as="geometry" />
        </mxCell>
-         <mxCell id="XU3b0UUpHImCEtPaKN2c-85" value="&lt;div style=&quot;color: rgb(204, 204, 204); background-color: rgb(31, 31, 31); font-family: Consolas, &amp;quot;Courier New&amp;quot;, monospace; font-size: 16px; line-height: 22px; white-space: pre;&quot;&gt;UUID&lt;/div&gt;" style="text;strokeColor=none;fillColor=none;spacingLeft=4;spacingRight=4;overflow=hidden;rotatable=0;points=[[0,0.5],[1,0.5]];portConstraint=eastwest;fontSize=12;whiteSpace=wrap;html=1;" vertex="1" parent="1">
+         <mxCell id="XU3b0UUpHImCEtPaKN2c-85" value="&lt;div style=&quot;color: rgb(204, 204, 204); background-color: rgb(31, 31, 31); font-family: Consolas, &amp;quot;Courier New&amp;quot;, monospace; font-size: 16px; line-height: 22px; white-space: pre;&quot;&gt;UUID&lt;/div&gt;" style="text;strokeColor=none;fillColor=none;spacingLeft=4;spacingRight=4;overflow=hidden;rotatable=0;points=[[0,0.5],[1,0.5]];portConstraint=eastwest;fontSize=12;whiteSpace=wrap;html=1;" parent="1" vertex="1">
          <mxGeometry x="870" y="78.5" width="110" height="30" as="geometry" />
        </mxCell>
-         <mxCell id="XU3b0UUpHImCEtPaKN2c-86" value="&lt;div style=&quot;color: rgb(204, 204, 204); background-color: rgb(31, 31, 31); font-family: Consolas, &amp;quot;Courier New&amp;quot;, monospace; font-size: 16px; line-height: 22px; white-space: pre;&quot;&gt;message&lt;/div&gt;" style="text;strokeColor=none;fillColor=none;spacingLeft=4;spacingRight=4;overflow=hidden;rotatable=0;points=[[0,0.5],[1,0.5]];portConstraint=eastwest;fontSize=12;whiteSpace=wrap;html=1;" vertex="1" parent="1">
+         <mxCell id="XU3b0UUpHImCEtPaKN2c-86" value="&lt;div style=&quot;color: rgb(204, 204, 204); background-color: rgb(31, 31, 31); font-family: Consolas, &amp;quot;Courier New&amp;quot;, monospace; font-size: 16px; line-height: 22px; white-space: pre;&quot;&gt;message&lt;/div&gt;" style="text;strokeColor=none;fillColor=none;spacingLeft=4;spacingRight=4;overflow=hidden;rotatable=0;points=[[0,0.5],[1,0.5]];portConstraint=eastwest;fontSize=12;whiteSpace=wrap;html=1;" parent="1" vertex="1">
          <mxGeometry x="710" y="108.5" width="140" height="30" as="geometry" />
        </mxCell>
-         <mxCell id="XU3b0UUpHImCEtPaKN2c-87" value="&lt;div style=&quot;color: rgb(204, 204, 204); background-color: rgb(31, 31, 31); font-family: Consolas, &amp;quot;Courier New&amp;quot;, monospace; font-size: 16px; line-height: 22px; white-space: pre;&quot;&gt;TEXT&lt;/div&gt;" style="text;strokeColor=none;fillColor=none;spacingLeft=4;spacingRight=4;overflow=hidden;rotatable=0;points=[[0,0.5],[1,0.5]];portConstraint=eastwest;fontSize=12;whiteSpace=wrap;html=1;" vertex="1" parent="1">
+         <mxCell id="XU3b0UUpHImCEtPaKN2c-87" value="&lt;div style=&quot;color: rgb(204, 204, 204); background-color: rgb(31, 31, 31); font-family: Consolas, &amp;quot;Courier New&amp;quot;, monospace; font-size: 16px; line-height: 22px; white-space: pre;&quot;&gt;TEXT&lt;/div&gt;" style="text;strokeColor=none;fillColor=none;spacingLeft=4;spacingRight=4;overflow=hidden;rotatable=0;points=[[0,0.5],[1,0.5]];portConstraint=eastwest;fontSize=12;whiteSpace=wrap;html=1;" parent="1" vertex="1">
          <mxGeometry x="870" y="108.5" width="110" height="30" as="geometry" />
        </mxCell>
-         <mxCell id="XU3b0UUpHImCEtPaKN2c-88" value="&lt;div style=&quot;color: rgb(204, 204, 204); background-color: rgb(31, 31, 31); font-family: Consolas, &amp;quot;Courier New&amp;quot;, monospace; font-size: 16px; line-height: 22px; white-space: pre;&quot;&gt;read&lt;/div&gt;" style="text;strokeColor=none;fillColor=none;spacingLeft=4;spacingRight=4;overflow=hidden;rotatable=0;points=[[0,0.5],[1,0.5]];portConstraint=eastwest;fontSize=12;whiteSpace=wrap;html=1;" vertex="1" parent="1">
+         <mxCell id="XU3b0UUpHImCEtPaKN2c-88" value="&lt;div style=&quot;color: rgb(204, 204, 204); background-color: rgb(31, 31, 31); font-family: Consolas, &amp;quot;Courier New&amp;quot;, monospace; font-size: 16px; line-height: 22px; white-space: pre;&quot;&gt;read&lt;/div&gt;" style="text;strokeColor=none;fillColor=none;spacingLeft=4;spacingRight=4;overflow=hidden;rotatable=0;points=[[0,0.5],[1,0.5]];portConstraint=eastwest;fontSize=12;whiteSpace=wrap;html=1;" parent="1" vertex="1">
          <mxGeometry x="710" y="138.5" width="140" height="30" as="geometry" />
        </mxCell>
-         <mxCell id="XU3b0UUpHImCEtPaKN2c-89" value="&lt;div style=&quot;color: rgb(204, 204, 204); background-color: rgb(31, 31, 31); font-family: Consolas, &amp;quot;Courier New&amp;quot;, monospace; font-size: 16px; line-height: 22px; white-space: pre;&quot;&gt;BOOLEAN&lt;/div&gt;" style="text;strokeColor=none;fillColor=none;spacingLeft=4;spacingRight=4;overflow=hidden;rotatable=0;points=[[0,0.5],[1,0.5]];portConstraint=eastwest;fontSize=12;whiteSpace=wrap;html=1;" vertex="1" parent="1">
+         <mxCell id="XU3b0UUpHImCEtPaKN2c-89" value="&lt;div style=&quot;color: rgb(204, 204, 204); background-color: rgb(31, 31, 31); font-family: Consolas, &amp;quot;Courier New&amp;quot;, monospace; font-size: 16px; line-height: 22px; white-space: pre;&quot;&gt;BOOLEAN&lt;/div&gt;" style="text;strokeColor=none;fillColor=none;spacingLeft=4;spacingRight=4;overflow=hidden;rotatable=0;points=[[0,0.5],[1,0.5]];portConstraint=eastwest;fontSize=12;whiteSpace=wrap;html=1;" parent="1" vertex="1">
          <mxGeometry x="870" y="138.5" width="110" height="30" as="geometry" />
        </mxCell>
-         <mxCell id="XU3b0UUpHImCEtPaKN2c-90" value="&lt;div style=&quot;color: rgb(204, 204, 204); background-color: rgb(31, 31, 31); font-family: Consolas, &amp;quot;Courier New&amp;quot;, monospace; font-size: 16px; line-height: 22px; white-space: pre;&quot;&gt;created_at&lt;/div&gt;" style="text;strokeColor=none;fillColor=none;spacingLeft=4;spacingRight=4;overflow=hidden;rotatable=0;points=[[0,0.5],[1,0.5]];portConstraint=eastwest;fontSize=12;whiteSpace=wrap;html=1;" vertex="1" parent="1">
+         <mxCell id="XU3b0UUpHImCEtPaKN2c-90" value="&lt;div style=&quot;color: rgb(204, 204, 204); background-color: rgb(31, 31, 31); font-family: Consolas, &amp;quot;Courier New&amp;quot;, monospace; font-size: 16px; line-height: 22px; white-space: pre;&quot;&gt;created_at&lt;/div&gt;" style="text;strokeColor=none;fillColor=none;spacingLeft=4;spacingRight=4;overflow=hidden;rotatable=0;points=[[0,0.5],[1,0.5]];portConstraint=eastwest;fontSize=12;whiteSpace=wrap;html=1;" parent="1" vertex="1">
          <mxGeometry x="710" y="168.5" width="140" height="30" as="geometry" />
        </mxCell>
-         <mxCell id="XU3b0UUpHImCEtPaKN2c-91" value="&lt;div style=&quot;color: rgb(204, 204, 204); background-color: rgb(31, 31, 31); font-family: Consolas, &amp;quot;Courier New&amp;quot;, monospace; font-size: 16px; line-height: 22px; white-space: pre;&quot;&gt;TIMESTAMP&lt;/div&gt;" style="text;strokeColor=none;fillColor=none;spacingLeft=4;spacingRight=4;overflow=hidden;rotatable=0;points=[[0,0.5],[1,0.5]];portConstraint=eastwest;fontSize=12;whiteSpace=wrap;html=1;" vertex="1" parent="1">
+         <mxCell id="XU3b0UUpHImCEtPaKN2c-91" value="&lt;div style=&quot;color: rgb(204, 204, 204); background-color: rgb(31, 31, 31); font-family: Consolas, &amp;quot;Courier New&amp;quot;, monospace; font-size: 16px; line-height: 22px; white-space: pre;&quot;&gt;TIMESTAMP&lt;/div&gt;" style="text;strokeColor=none;fillColor=none;spacingLeft=4;spacingRight=4;overflow=hidden;rotatable=0;points=[[0,0.5],[1,0.5]];portConstraint=eastwest;fontSize=12;whiteSpace=wrap;html=1;" parent="1" vertex="1">
          <mxGeometry x="870" y="168.5" width="110" height="30" as="geometry" />
        </mxCell>
-         <mxCell id="XU3b0UUpHImCEtPaKN2c-120" style="edgeStyle=orthogonalEdgeStyle;rounded=0;orthogonalLoop=1;jettySize=auto;html=1;exitX=0.5;exitY=1;exitDx=0;exitDy=0;entryX=0.5;entryY=0;entryDx=0;entryDy=0;" edge="1" parent="1" source="XU3b0UUpHImCEtPaKN2c-104" target="XU3b0UUpHImCEtPaKN2c-1">
+         <mxCell id="XU3b0UUpHImCEtPaKN2c-120" style="edgeStyle=orthogonalEdgeStyle;rounded=0;orthogonalLoop=1;jettySize=auto;html=1;exitX=0.5;exitY=1;exitDx=0;exitDy=0;entryX=0.5;entryY=0;entryDx=0;entryDy=0;" parent="1" source="XU3b0UUpHImCEtPaKN2c-104" target="XU3b0UUpHImCEtPaKN2c-1" edge="1">
          <mxGeometry relative="1" as="geometry" />
        </mxCell>
-         <mxCell id="XU3b0UUpHImCEtPaKN2c-121" value="1:N" style="edgeLabel;html=1;align=center;verticalAlign=middle;resizable=0;points=[];" vertex="1" connectable="0" parent="XU3b0UUpHImCEtPaKN2c-120">
+         <mxCell id="XU3b0UUpHImCEtPaKN2c-121" value="1:N" style="edgeLabel;html=1;align=center;verticalAlign=middle;resizable=0;points=[];" parent="XU3b0UUpHImCEtPaKN2c-120" vertex="1" connectable="0">
          <mxGeometry x="-0.1059" relative="1" as="geometry">
            <mxPoint as="offset" />
          </mxGeometry>
        </mxCell>
-         <mxCell id="XU3b0UUpHImCEtPaKN2c-104" value="" style="rounded=0;whiteSpace=wrap;html=1;labelBackgroundColor=default;labelBorderColor=default;" vertex="1" parent="1">
+         <mxCell id="XU3b0UUpHImCEtPaKN2c-104" value="" style="rounded=0;whiteSpace=wrap;html=1;labelBackgroundColor=default;labelBorderColor=default;" parent="1" vertex="1">
          <mxGeometry x="370" y="260" width="430" height="190" as="geometry" />
        </mxCell>
-         <mxCell id="XU3b0UUpHImCEtPaKN2c-105" value="todo_user" style="text;strokeColor=none;fillColor=none;spacingLeft=4;spacingRight=4;overflow=hidden;rotatable=0;points=[[0,0.5],[1,0.5]];portConstraint=eastwest;fontSize=12;whiteSpace=wrap;html=1;align=center;" vertex="1" parent="1">
+         <mxCell id="XU3b0UUpHImCEtPaKN2c-105" value="Users" style="text;strokeColor=none;fillColor=none;spacingLeft=4;spacingRight=4;overflow=hidden;rotatable=0;points=[[0,0.5],[1,0.5]];portConstraint=eastwest;fontSize=12;whiteSpace=wrap;html=1;align=center;" parent="1" vertex="1">
          <mxGeometry x="485" y="265" width="190" height="30" as="geometry" />
        </mxCell>
-         <mxCell id="XU3b0UUpHImCEtPaKN2c-106" value="&lt;div style=&quot;color: rgb(204, 204, 204); background-color: rgb(31, 31, 31); font-family: Consolas, &amp;quot;Courier New&amp;quot;, monospace; font-size: 16px; line-height: 22px; white-space: pre;&quot;&gt;user_id&lt;/div&gt;" style="text;strokeColor=none;fillColor=none;spacingLeft=4;spacingRight=4;overflow=hidden;rotatable=0;points=[[0,0.5],[1,0.5]];portConstraint=eastwest;fontSize=12;whiteSpace=wrap;html=1;" vertex="1" parent="1">
+         <mxCell id="XU3b0UUpHImCEtPaKN2c-106" value="&lt;div style=&quot;color: rgb(204, 204, 204); background-color: rgb(31, 31, 31); font-family: Consolas, &amp;quot;Courier New&amp;quot;, monospace; font-size: 16px; line-height: 22px; white-space: pre;&quot;&gt;id&lt;/div&gt;" style="text;strokeColor=none;fillColor=none;spacingLeft=4;spacingRight=4;overflow=hidden;rotatable=0;points=[[0,0.5],[1,0.5]];portConstraint=eastwest;fontSize=12;whiteSpace=wrap;html=1;" parent="1" vertex="1">
          <mxGeometry x="380" y="295" width="140" height="30" as="geometry" />
        </mxCell>
-         <mxCell id="XU3b0UUpHImCEtPaKN2c-107" value="&lt;div style=&quot;color: rgb(204, 204, 204); background-color: rgb(31, 31, 31); font-family: Consolas, &amp;quot;Courier New&amp;quot;, monospace; font-size: 16px; line-height: 22px; white-space: pre;&quot;&gt;UUID&lt;/div&gt;" style="text;strokeColor=none;fillColor=none;spacingLeft=4;spacingRight=4;overflow=hidden;rotatable=0;points=[[0,0.5],[1,0.5]];portConstraint=eastwest;fontSize=12;whiteSpace=wrap;html=1;" vertex="1" parent="1">
+         <mxCell id="XU3b0UUpHImCEtPaKN2c-107" value="&lt;div style=&quot;color: rgb(204, 204, 204); background-color: rgb(31, 31, 31); font-family: Consolas, &amp;quot;Courier New&amp;quot;, monospace; font-size: 16px; line-height: 22px; white-space: pre;&quot;&gt;UUID&lt;/div&gt;" style="text;strokeColor=none;fillColor=none;spacingLeft=4;spacingRight=4;overflow=hidden;rotatable=0;points=[[0,0.5],[1,0.5]];portConstraint=eastwest;fontSize=12;whiteSpace=wrap;html=1;" parent="1" vertex="1">
          <mxGeometry x="540" y="295" width="110" height="30" as="geometry" />
        </mxCell>
-         <mxCell id="XU3b0UUpHImCEtPaKN2c-108" value="&lt;div style=&quot;color: rgb(204, 204, 204); background-color: rgb(31, 31, 31); font-family: Consolas, &amp;quot;Courier New&amp;quot;, monospace; font-size: 16px; line-height: 22px; white-space: pre;&quot;&gt;user_name&lt;/div&gt;" style="text;strokeColor=none;fillColor=none;spacingLeft=4;spacingRight=4;overflow=hidden;rotatable=0;points=[[0,0.5],[1,0.5]];portConstraint=eastwest;fontSize=12;whiteSpace=wrap;html=1;" vertex="1" parent="1">
+         <mxCell id="XU3b0UUpHImCEtPaKN2c-108" value="&lt;div style=&quot;color: rgb(204, 204, 204); background-color: rgb(31, 31, 31); font-family: Consolas, &amp;quot;Courier New&amp;quot;, monospace; font-size: 16px; line-height: 22px; white-space: pre;&quot;&gt;user_name&lt;/div&gt;" style="text;strokeColor=none;fillColor=none;spacingLeft=4;spacingRight=4;overflow=hidden;rotatable=0;points=[[0,0.5],[1,0.5]];portConstraint=eastwest;fontSize=12;whiteSpace=wrap;html=1;" parent="1" vertex="1">
          <mxGeometry x="380" y="325" width="140" height="30" as="geometry" />
        </mxCell>
-         <mxCell id="XU3b0UUpHImCEtPaKN2c-109" value="&lt;div style=&quot;color: rgb(204, 204, 204); background-color: rgb(31, 31, 31); font-family: Consolas, &amp;quot;Courier New&amp;quot;, monospace; font-size: 16px; line-height: 22px; white-space: pre;&quot;&gt;VARCHAR(100)&lt;/div&gt;" style="text;strokeColor=none;fillColor=none;spacingLeft=4;spacingRight=4;overflow=hidden;rotatable=0;points=[[0,0.5],[1,0.5]];portConstraint=eastwest;fontSize=12;whiteSpace=wrap;html=1;" vertex="1" parent="1">
+         <mxCell id="XU3b0UUpHImCEtPaKN2c-109" value="&lt;div style=&quot;color: rgb(204, 204, 204); background-color: rgb(31, 31, 31); font-family: Consolas, &amp;quot;Courier New&amp;quot;, monospace; font-size: 16px; line-height: 22px; white-space: pre;&quot;&gt;VARCHAR(100)&lt;/div&gt;" style="text;strokeColor=none;fillColor=none;spacingLeft=4;spacingRight=4;overflow=hidden;rotatable=0;points=[[0,0.5],[1,0.5]];portConstraint=eastwest;fontSize=12;whiteSpace=wrap;html=1;" parent="1" vertex="1">
          <mxGeometry x="540" y="325" width="130" height="30" as="geometry" />
        </mxCell>
-         <mxCell id="XU3b0UUpHImCEtPaKN2c-110" value="&lt;div style=&quot;color: rgb(204, 204, 204); background-color: rgb(31, 31, 31); font-family: Consolas, &amp;quot;Courier New&amp;quot;, monospace; font-size: 16px; line-height: 22px; white-space: pre;&quot;&gt;user_email&lt;/div&gt;" style="text;strokeColor=none;fillColor=none;spacingLeft=4;spacingRight=4;overflow=hidden;rotatable=0;points=[[0,0.5],[1,0.5]];portConstraint=eastwest;fontSize=12;whiteSpace=wrap;html=1;" vertex="1" parent="1">
+         <mxCell id="XU3b0UUpHImCEtPaKN2c-110" value="&lt;div style=&quot;color: rgb(204, 204, 204); background-color: rgb(31, 31, 31); font-family: Consolas, &amp;quot;Courier New&amp;quot;, monospace; font-size: 16px; line-height: 22px; white-space: pre;&quot;&gt;user_email&lt;/div&gt;" style="text;strokeColor=none;fillColor=none;spacingLeft=4;spacingRight=4;overflow=hidden;rotatable=0;points=[[0,0.5],[1,0.5]];portConstraint=eastwest;fontSize=12;whiteSpace=wrap;html=1;" parent="1" vertex="1">
          <mxGeometry x="380" y="355" width="140" height="30" as="geometry" />
        </mxCell>
-         <mxCell id="XU3b0UUpHImCEtPaKN2c-111" value="&lt;div style=&quot;color: rgb(204, 204, 204); background-color: rgb(31, 31, 31); font-family: Consolas, &amp;quot;Courier New&amp;quot;, monospace; font-size: 16px; line-height: 22px; white-space: pre;&quot;&gt;VARCHAR(100)&lt;/div&gt;" style="text;strokeColor=none;fillColor=none;spacingLeft=4;spacingRight=4;overflow=hidden;rotatable=0;points=[[0,0.5],[1,0.5]];portConstraint=eastwest;fontSize=12;whiteSpace=wrap;html=1;" vertex="1" parent="1">
+         <mxCell id="XU3b0UUpHImCEtPaKN2c-111" value="&lt;div style=&quot;color: rgb(204, 204, 204); background-color: rgb(31, 31, 31); font-family: Consolas, &amp;quot;Courier New&amp;quot;, monospace; font-size: 16px; line-height: 22px; white-space: pre;&quot;&gt;VARCHAR(100)&lt;/div&gt;" style="text;strokeColor=none;fillColor=none;spacingLeft=4;spacingRight=4;overflow=hidden;rotatable=0;points=[[0,0.5],[1,0.5]];portConstraint=eastwest;fontSize=12;whiteSpace=wrap;html=1;" parent="1" vertex="1">
          <mxGeometry x="540" y="355" width="120" height="30" as="geometry" />
        </mxCell>
-         <mxCell id="XU3b0UUpHImCEtPaKN2c-112" value="&lt;div style=&quot;color: rgb(204, 204, 204); background-color: rgb(31, 31, 31); font-family: Consolas, &amp;quot;Courier New&amp;quot;, monospace; font-size: 16px; line-height: 22px; white-space: pre;&quot;&gt;user_password&lt;/div&gt;" style="text;strokeColor=none;fillColor=none;spacingLeft=4;spacingRight=4;overflow=hidden;rotatable=0;points=[[0,0.5],[1,0.5]];portConstraint=eastwest;fontSize=12;whiteSpace=wrap;html=1;" vertex="1" parent="1">
+         <mxCell id="XU3b0UUpHImCEtPaKN2c-112" value="&lt;div style=&quot;color: rgb(204, 204, 204); background-color: rgb(31, 31, 31); font-family: Consolas, &amp;quot;Courier New&amp;quot;, monospace; font-size: 16px; line-height: 22px; white-space: pre;&quot;&gt;user_password&lt;/div&gt;" style="text;strokeColor=none;fillColor=none;spacingLeft=4;spacingRight=4;overflow=hidden;rotatable=0;points=[[0,0.5],[1,0.5]];portConstraint=eastwest;fontSize=12;whiteSpace=wrap;html=1;" parent="1" vertex="1">
          <mxGeometry x="380" y="385" width="140" height="30" as="geometry" />
        </mxCell>
-         <mxCell id="XU3b0UUpHImCEtPaKN2c-113" value="&lt;div style=&quot;color: rgb(204, 204, 204); background-color: rgb(31, 31, 31); font-family: Consolas, &amp;quot;Courier New&amp;quot;, monospace; font-size: 16px; line-height: 22px; white-space: pre;&quot;&gt;TEXT&lt;/div&gt;" style="text;strokeColor=none;fillColor=none;spacingLeft=4;spacingRight=4;overflow=hidden;rotatable=0;points=[[0,0.5],[1,0.5]];portConstraint=eastwest;fontSize=12;whiteSpace=wrap;html=1;" vertex="1" parent="1">
+         <mxCell id="XU3b0UUpHImCEtPaKN2c-113" value="&lt;div style=&quot;color: rgb(204, 204, 204); background-color: rgb(31, 31, 31); font-family: Consolas, &amp;quot;Courier New&amp;quot;, monospace; font-size: 16px; line-height: 22px; white-space: pre;&quot;&gt;TEXT&lt;/div&gt;" style="text;strokeColor=none;fillColor=none;spacingLeft=4;spacingRight=4;overflow=hidden;rotatable=0;points=[[0,0.5],[1,0.5]];portConstraint=eastwest;fontSize=12;whiteSpace=wrap;html=1;" parent="1" vertex="1">
          <mxGeometry x="540" y="385" width="110" height="30" as="geometry" />
        </mxCell>
-         <mxCell id="XU3b0UUpHImCEtPaKN2c-114" value="&lt;div style=&quot;color: rgb(204, 204, 204); background-color: rgb(31, 31, 31); font-family: Consolas, &amp;quot;Courier New&amp;quot;, monospace; font-size: 16px; line-height: 22px; white-space: pre;&quot;&gt;created_at&lt;/div&gt;" style="text;strokeColor=none;fillColor=none;spacingLeft=4;spacingRight=4;overflow=hidden;rotatable=0;points=[[0,0.5],[1,0.5]];portConstraint=eastwest;fontSize=12;whiteSpace=wrap;html=1;" vertex="1" parent="1">
+         <mxCell id="XU3b0UUpHImCEtPaKN2c-114" value="&lt;div style=&quot;color: rgb(204, 204, 204); background-color: rgb(31, 31, 31); font-family: Consolas, &amp;quot;Courier New&amp;quot;, monospace; font-size: 16px; line-height: 22px; white-space: pre;&quot;&gt;created_at&lt;/div&gt;" style="text;strokeColor=none;fillColor=none;spacingLeft=4;spacingRight=4;overflow=hidden;rotatable=0;points=[[0,0.5],[1,0.5]];portConstraint=eastwest;fontSize=12;whiteSpace=wrap;html=1;" parent="1" vertex="1">
          <mxGeometry x="380" y="415" width="140" height="30" as="geometry" />
        </mxCell>
-         <mxCell id="XU3b0UUpHImCEtPaKN2c-115" value="&lt;div style=&quot;color: rgb(204, 204, 204); background-color: rgb(31, 31, 31); font-family: Consolas, &amp;quot;Courier New&amp;quot;, monospace; font-size: 16px; line-height: 22px; white-space: pre;&quot;&gt;TIMESTAMP&lt;/div&gt;" style="text;strokeColor=none;fillColor=none;spacingLeft=4;spacingRight=4;overflow=hidden;rotatable=0;points=[[0,0.5],[1,0.5]];portConstraint=eastwest;fontSize=12;whiteSpace=wrap;html=1;" vertex="1" parent="1">
+         <mxCell id="XU3b0UUpHImCEtPaKN2c-115" value="&lt;div style=&quot;color: rgb(204, 204, 204); background-color: rgb(31, 31, 31); font-family: Consolas, &amp;quot;Courier New&amp;quot;, monospace; font-size: 16px; line-height: 22px; white-space: pre;&quot;&gt;TIMESTAMP&lt;/div&gt;" style="text;strokeColor=none;fillColor=none;spacingLeft=4;spacingRight=4;overflow=hidden;rotatable=0;points=[[0,0.5],[1,0.5]];portConstraint=eastwest;fontSize=12;whiteSpace=wrap;html=1;" parent="1" vertex="1">
          <mxGeometry x="540" y="415" width="110" height="30" as="geometry" />
        </mxCell>
-         <mxCell id="XU3b0UUpHImCEtPaKN2c-126" value="&lt;div style=&quot;color: rgb(204, 204, 204); background-color: rgb(31, 31, 31); font-family: Consolas, &amp;quot;Courier New&amp;quot;, monospace; font-size: 16px; line-height: 22px; white-space: pre;&quot;&gt;PRIMARY KEY&lt;/div&gt;" style="text;strokeColor=none;fillColor=none;spacingLeft=4;spacingRight=4;overflow=hidden;rotatable=0;points=[[0,0.5],[1,0.5]];portConstraint=eastwest;fontSize=12;whiteSpace=wrap;html=1;" vertex="1" parent="1">
+         <mxCell id="XU3b0UUpHImCEtPaKN2c-126" value="&lt;div style=&quot;color: rgb(204, 204, 204); background-color: rgb(31, 31, 31); font-family: Consolas, &amp;quot;Courier New&amp;quot;, monospace; font-size: 16px; line-height: 22px; white-space: pre;&quot;&gt;PRIMARY KEY&lt;/div&gt;" style="text;strokeColor=none;fillColor=none;spacingLeft=4;spacingRight=4;overflow=hidden;rotatable=0;points=[[0,0.5],[1,0.5]];portConstraint=eastwest;fontSize=12;whiteSpace=wrap;html=1;" parent="1" vertex="1">
          <mxGeometry x="290" y="48.5" width="110" height="30" as="geometry" />
        </mxCell>
-         <mxCell id="XU3b0UUpHImCEtPaKN2c-127" value="&lt;div style=&quot;color: rgb(204, 204, 204); background-color: rgb(31, 31, 31); font-family: Consolas, &amp;quot;Courier New&amp;quot;, monospace; font-size: 16px; line-height: 22px; white-space: pre;&quot;&gt;PRIMARY KEY&lt;/div&gt;" style="text;strokeColor=none;fillColor=none;spacingLeft=4;spacingRight=4;overflow=hidden;rotatable=0;points=[[0,0.5],[1,0.5]];portConstraint=eastwest;fontSize=12;whiteSpace=wrap;html=1;" vertex="1" parent="1">
+         <mxCell id="XU3b0UUpHImCEtPaKN2c-127" value="&lt;div style=&quot;color: rgb(204, 204, 204); background-color: rgb(31, 31, 31); font-family: Consolas, &amp;quot;Courier New&amp;quot;, monospace; font-size: 16px; line-height: 22px; white-space: pre;&quot;&gt;PRIMARY KEY&lt;/div&gt;" style="text;strokeColor=none;fillColor=none;spacingLeft=4;spacingRight=4;overflow=hidden;rotatable=0;points=[[0,0.5],[1,0.5]];portConstraint=eastwest;fontSize=12;whiteSpace=wrap;html=1;" parent="1" vertex="1">
          <mxGeometry x="670" y="295" width="110" height="30" as="geometry" />
        </mxCell>
-         <mxCell id="XU3b0UUpHImCEtPaKN2c-128" value="&lt;div style=&quot;color: rgb(204, 204, 204); background-color: rgb(31, 31, 31); font-family: Consolas, &amp;quot;Courier New&amp;quot;, monospace; font-size: 16px; line-height: 22px; white-space: pre;&quot;&gt;PRIMARY KEY&lt;/div&gt;" style="text;strokeColor=none;fillColor=none;spacingLeft=4;spacingRight=4;overflow=hidden;rotatable=0;points=[[0,0.5],[1,0.5]];portConstraint=eastwest;fontSize=12;whiteSpace=wrap;html=1;" vertex="1" parent="1">
+         <mxCell id="XU3b0UUpHImCEtPaKN2c-128" value="&lt;div style=&quot;color: rgb(204, 204, 204); background-color: rgb(31, 31, 31); font-family: Consolas, &amp;quot;Courier New&amp;quot;, monospace; font-size: 16px; line-height: 22px; white-space: pre;&quot;&gt;PRIMARY KEY&lt;/div&gt;" style="text;strokeColor=none;fillColor=none;spacingLeft=4;spacingRight=4;overflow=hidden;rotatable=0;points=[[0,0.5],[1,0.5]];portConstraint=eastwest;fontSize=12;whiteSpace=wrap;html=1;" parent="1" vertex="1">
          <mxGeometry x="620" y="565" width="110" height="30" as="geometry" />
        </mxCell>
-         <mxCell id="XU3b0UUpHImCEtPaKN2c-129" value="&lt;div style=&quot;color: rgb(204, 204, 204); background-color: rgb(31, 31, 31); font-family: Consolas, &amp;quot;Courier New&amp;quot;, monospace; font-size: 16px; line-height: 22px; white-space: pre;&quot;&gt;PRIMARY KEY&lt;/div&gt;" style="text;strokeColor=none;fillColor=none;spacingLeft=4;spacingRight=4;overflow=hidden;rotatable=0;points=[[0,0.5],[1,0.5]];portConstraint=eastwest;fontSize=12;whiteSpace=wrap;html=1;" vertex="1" parent="1">
+         <mxCell id="XU3b0UUpHImCEtPaKN2c-129" value="&lt;div style=&quot;color: rgb(204, 204, 204); background-color: rgb(31, 31, 31); font-family: Consolas, &amp;quot;Courier New&amp;quot;, monospace; font-size: 16px; line-height: 22px; white-space: pre;&quot;&gt;PRIMARY KEY&lt;/div&gt;" style="text;strokeColor=none;fillColor=none;spacingLeft=4;spacingRight=4;overflow=hidden;rotatable=0;points=[[0,0.5],[1,0.5]];portConstraint=eastwest;fontSize=12;whiteSpace=wrap;html=1;" parent="1" vertex="1">
          <mxGeometry x="960" y="48.5" width="110" height="30" as="geometry" />
        </mxCell>
-         <mxCell id="XU3b0UUpHImCEtPaKN2c-130" value="&lt;div style=&quot;color: rgb(204, 204, 204); background-color: rgb(31, 31, 31); font-family: Consolas, &amp;quot;Courier New&amp;quot;, monospace; font-size: 16px; line-height: 22px; white-space: pre;&quot;&gt;FOREIGN KEY&lt;/div&gt;" style="text;strokeColor=none;fillColor=none;spacingLeft=4;spacingRight=4;overflow=hidden;rotatable=0;points=[[0,0.5],[1,0.5]];portConstraint=eastwest;fontSize=12;whiteSpace=wrap;html=1;" vertex="1" parent="1">
+         <mxCell id="XU3b0UUpHImCEtPaKN2c-130" value="&lt;div style=&quot;color: rgb(204, 204, 204); background-color: rgb(31, 31, 31); font-family: Consolas, &amp;quot;Courier New&amp;quot;, monospace; font-size: 16px; line-height: 22px; white-space: pre;&quot;&gt;FOREIGN KEY&lt;/div&gt;" style="text;strokeColor=none;fillColor=none;spacingLeft=4;spacingRight=4;overflow=hidden;rotatable=0;points=[[0,0.5],[1,0.5]];portConstraint=eastwest;fontSize=12;whiteSpace=wrap;html=1;" parent="1" vertex="1">
          <mxGeometry x="620" y="595" width="110" height="30" as="geometry" />
        </mxCell>
-         <mxCell id="XU3b0UUpHImCEtPaKN2c-131" value="&lt;div style=&quot;color: rgb(204, 204, 204); background-color: rgb(31, 31, 31); font-family: Consolas, &amp;quot;Courier New&amp;quot;, monospace; font-size: 16px; line-height: 22px; white-space: pre;&quot;&gt;FOREIGN KEY&lt;/div&gt;" style="text;strokeColor=none;fillColor=none;spacingLeft=4;spacingRight=4;overflow=hidden;rotatable=0;points=[[0,0.5],[1,0.5]];portConstraint=eastwest;fontSize=12;whiteSpace=wrap;html=1;" vertex="1" parent="1">
+         <mxCell id="XU3b0UUpHImCEtPaKN2c-131" value="&lt;div style=&quot;color: rgb(204, 204, 204); background-color: rgb(31, 31, 31); font-family: Consolas, &amp;quot;Courier New&amp;quot;, monospace; font-size: 16px; line-height: 22px; white-space: pre;&quot;&gt;FOREIGN KEY&lt;/div&gt;" style="text;strokeColor=none;fillColor=none;spacingLeft=4;spacingRight=4;overflow=hidden;rotatable=0;points=[[0,0.5],[1,0.5]];portConstraint=eastwest;fontSize=12;whiteSpace=wrap;html=1;" parent="1" vertex="1">
          <mxGeometry x="620" y="625" width="110" height="30" as="geometry" />
        </mxCell>
-         <mxCell id="XU3b0UUpHImCEtPaKN2c-132" value="&lt;div style=&quot;color: rgb(204, 204, 204); background-color: rgb(31, 31, 31); font-family: Consolas, &amp;quot;Courier New&amp;quot;, monospace; font-size: 16px; line-height: 22px; white-space: pre;&quot;&gt;FOREIGN KEY&lt;/div&gt;" style="text;strokeColor=none;fillColor=none;spacingLeft=4;spacingRight=4;overflow=hidden;rotatable=0;points=[[0,0.5],[1,0.5]];portConstraint=eastwest;fontSize=12;whiteSpace=wrap;html=1;" vertex="1" parent="1">
+         <mxCell id="XU3b0UUpHImCEtPaKN2c-132" value="&lt;div style=&quot;color: rgb(204, 204, 204); background-color: rgb(31, 31, 31); font-family: Consolas, &amp;quot;Courier New&amp;quot;, monospace; font-size: 16px; line-height: 22px; white-space: pre;&quot;&gt;FOREIGN KEY&lt;/div&gt;" style="text;strokeColor=none;fillColor=none;spacingLeft=4;spacingRight=4;overflow=hidden;rotatable=0;points=[[0,0.5],[1,0.5]];portConstraint=eastwest;fontSize=12;whiteSpace=wrap;html=1;" parent="1" vertex="1">
          <mxGeometry x="960" y="78.5" width="110" height="30" as="geometry" />
        </mxCell>
-         <mxCell id="XU3b0UUpHImCEtPaKN2c-133" value="&lt;div style=&quot;color: rgb(204, 204, 204); background-color: rgb(31, 31, 31); font-family: Consolas, &amp;quot;Courier New&amp;quot;, monospace; font-size: 16px; line-height: 22px; white-space: pre;&quot;&gt;FOREIGN KEY&lt;/div&gt;" style="text;strokeColor=none;fillColor=none;spacingLeft=4;spacingRight=4;overflow=hidden;rotatable=0;points=[[0,0.5],[1,0.5]];portConstraint=eastwest;fontSize=12;whiteSpace=wrap;html=1;" vertex="1" parent="1">
+         <mxCell id="XU3b0UUpHImCEtPaKN2c-133" value="&lt;div style=&quot;color: rgb(204, 204, 204); background-color: rgb(31, 31, 31); font-family: Consolas, &amp;quot;Courier New&amp;quot;, monospace; font-size: 16px; line-height: 22px; white-space: pre;&quot;&gt;FOREIGN KEY&lt;/div&gt;" style="text;strokeColor=none;fillColor=none;spacingLeft=4;spacingRight=4;overflow=hidden;rotatable=0;points=[[0,0.5],[1,0.5]];portConstraint=eastwest;fontSize=12;whiteSpace=wrap;html=1;" parent="1" vertex="1">
          <mxGeometry x="290" y="78.5" width="110" height="30" as="geometry" />
        </mxCell>
      </root>
    </mxGraphModel>
  </diagram>
</mxfile>
